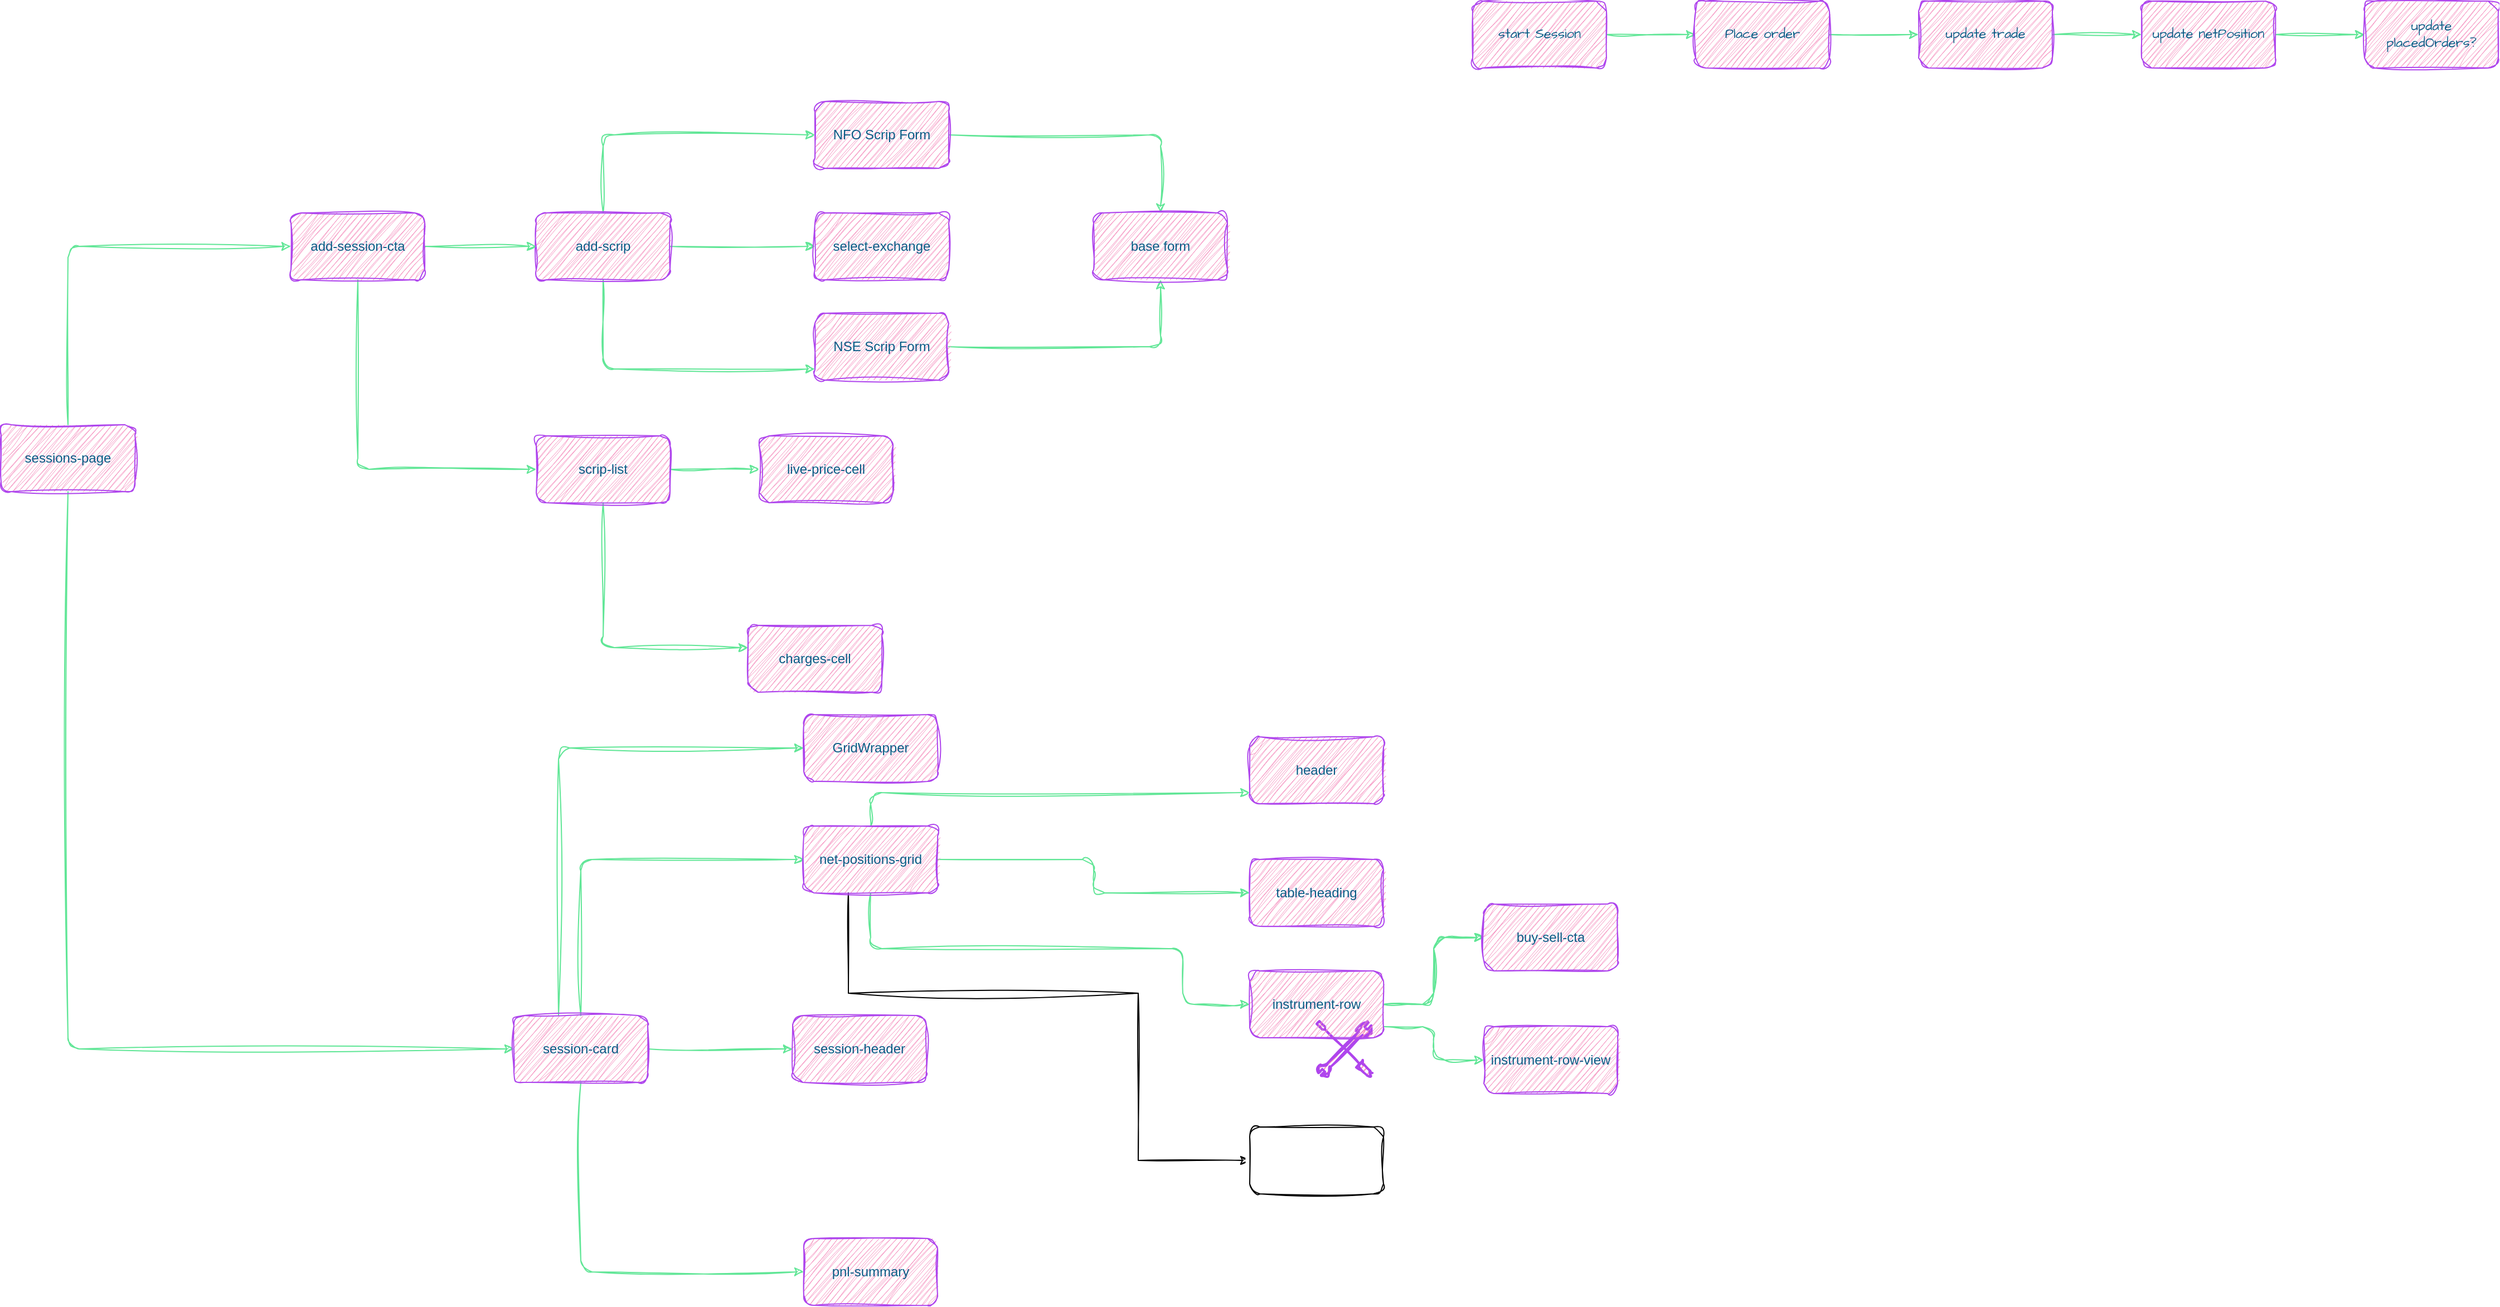
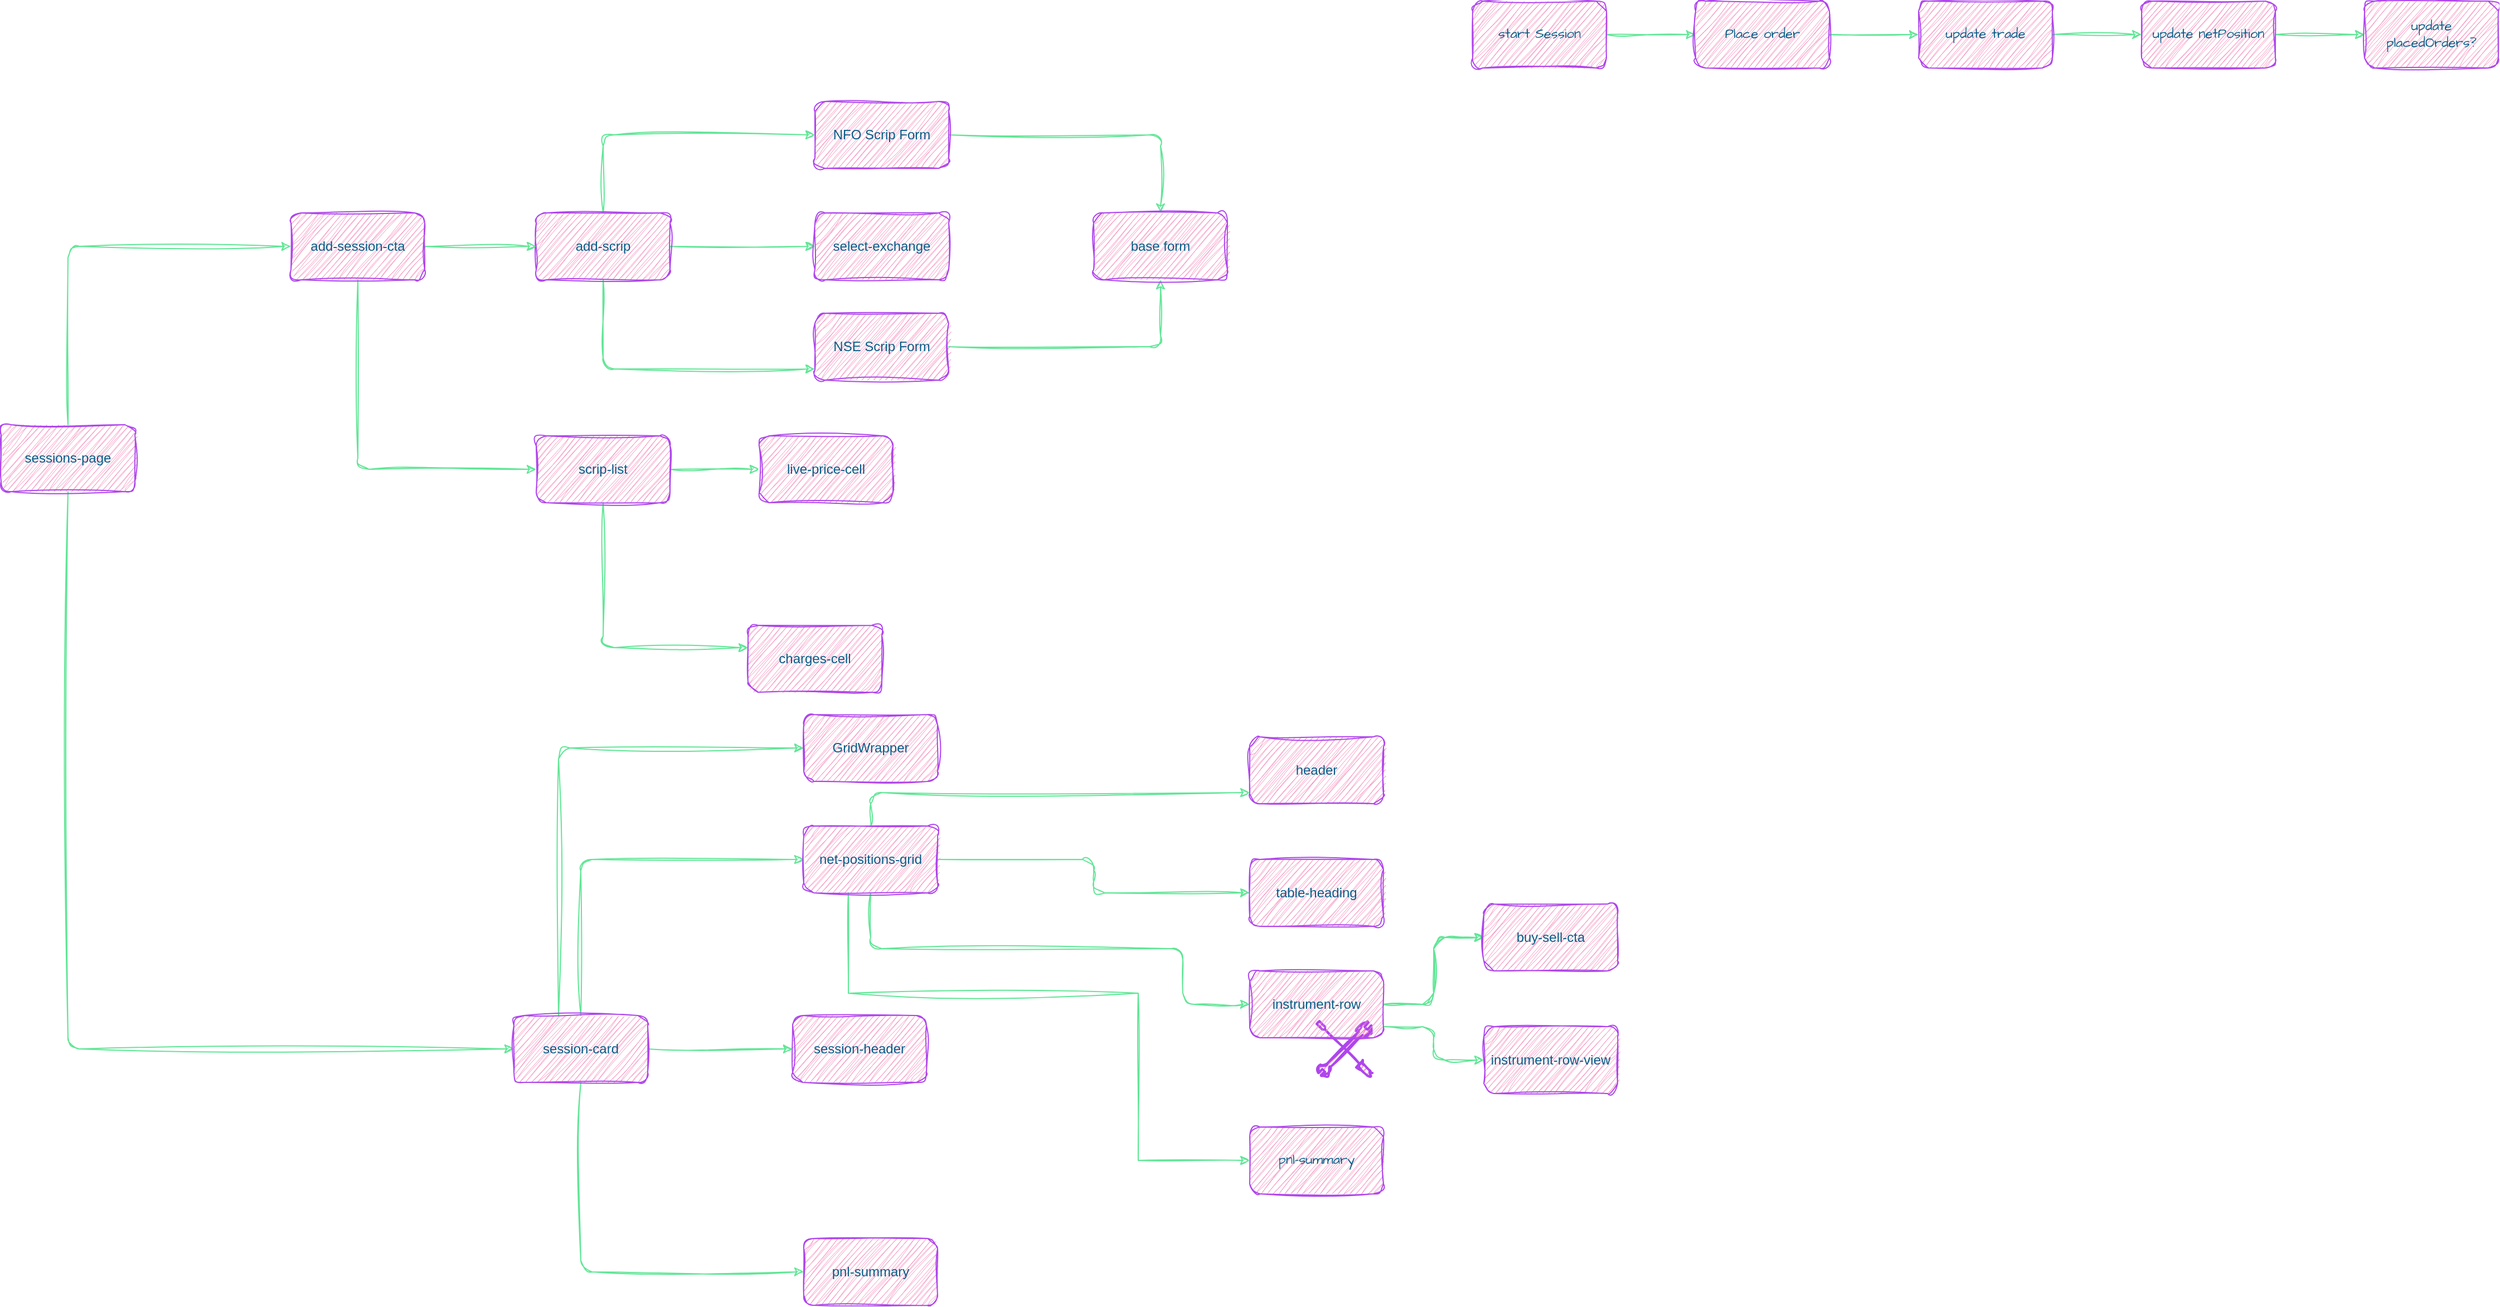
<mxfile host="app.diagrams.net" pages="5">
  <diagram id="wPQbEJP3DVO_ncDqMHqx" name="Sessions Page">
-     <mxGraphModel dx="1996" dy="1026" grid="1" gridSize="10" guides="1" tooltips="1" connect="1" arrows="1" fold="1" page="0" pageScale="1" pageWidth="402" pageHeight="874" math="0" shadow="0">
+     <mxGraphModel dx="1757" dy="1026" grid="1" gridSize="10" guides="1" tooltips="1" connect="1" arrows="1" fold="1" page="0" pageScale="1" pageWidth="402" pageHeight="874" math="0" shadow="0">
      <root>
        <mxCell id="0" />
        <mxCell id="1" parent="0" />
-         <mxCell id="DB1AKVm6qyutKQlFYAWD-6" edge="1" parent="1" source="DB1AKVm6qyutKQlFYAWD-1" style="edgeStyle=orthogonalEdgeStyle;rounded=1;orthogonalLoop=1;jettySize=auto;html=1;sketch=1;curveFitting=1;jiggle=2;labelBackgroundColor=none;strokeColor=#60E696;fontColor=default;" target="DB1AKVm6qyutKQlFYAWD-5" value="">
-           <mxGeometry relative="1" as="geometry" />
-         </mxCell>
-         <mxCell id="DB1AKVm6qyutKQlFYAWD-8" edge="1" parent="1" source="DB1AKVm6qyutKQlFYAWD-1" style="edgeStyle=orthogonalEdgeStyle;rounded=1;orthogonalLoop=1;jettySize=auto;html=1;sketch=1;curveFitting=1;jiggle=2;labelBackgroundColor=none;strokeColor=#60E696;fontColor=default;" target="DB1AKVm6qyutKQlFYAWD-7" value="">
+         <mxCell id="DB1AKVm6qyutKQlFYAWD-6" edge="1" parent="1" source="DB1AKVm6qyutKQlFYAWD-1" style="edgeStyle=orthogonalEdgeStyle;rounded=1;orthogonalLoop=1;jettySize=auto;html=1;sketch=1;curveFitting=1;jiggle=2;labelBackgroundColor=none;fontColor=default;strokeColor=#60E696;" target="DB1AKVm6qyutKQlFYAWD-5" value="">
+           <mxGeometry relative="1" as="geometry" />
+         </mxCell>
+         <mxCell id="DB1AKVm6qyutKQlFYAWD-8" edge="1" parent="1" source="DB1AKVm6qyutKQlFYAWD-1" style="edgeStyle=orthogonalEdgeStyle;rounded=1;orthogonalLoop=1;jettySize=auto;html=1;sketch=1;curveFitting=1;jiggle=2;labelBackgroundColor=none;fontColor=default;strokeColor=#60E696;" target="DB1AKVm6qyutKQlFYAWD-7" value="">
          <mxGeometry relative="1" as="geometry">
            <Array as="points">
              <mxPoint x="120" y="270" />
            </Array>
          </mxGeometry>
        </mxCell>
-         <mxCell id="DB1AKVm6qyutKQlFYAWD-10" edge="1" parent="1" source="DB1AKVm6qyutKQlFYAWD-1" style="edgeStyle=orthogonalEdgeStyle;rounded=1;orthogonalLoop=1;jettySize=auto;html=1;sketch=1;curveFitting=1;jiggle=2;labelBackgroundColor=none;strokeColor=#60E696;fontColor=default;" target="DB1AKVm6qyutKQlFYAWD-9" value="">
+         <mxCell id="DB1AKVm6qyutKQlFYAWD-10" edge="1" parent="1" source="DB1AKVm6qyutKQlFYAWD-1" style="edgeStyle=orthogonalEdgeStyle;rounded=1;orthogonalLoop=1;jettySize=auto;html=1;sketch=1;curveFitting=1;jiggle=2;labelBackgroundColor=none;fontColor=default;strokeColor=#60E696;" target="DB1AKVm6qyutKQlFYAWD-9" value="">
          <mxGeometry relative="1" as="geometry">
            <Array as="points">
              <mxPoint x="120" y="60" />
            </Array>
          </mxGeometry>
        </mxCell>
        <mxCell id="DB1AKVm6qyutKQlFYAWD-1" parent="1" style="rounded=1;whiteSpace=wrap;html=1;sketch=1;curveFitting=1;jiggle=2;labelBackgroundColor=none;fillColor=#F694C1;strokeColor=#AF45ED;fontColor=#095C86;" value="add-scrip" vertex="1">
          <mxGeometry height="60" width="120" x="60" y="130" as="geometry" />
        </mxCell>
-         <mxCell id="DB1AKVm6qyutKQlFYAWD-4" edge="1" parent="1" source="DB1AKVm6qyutKQlFYAWD-3" style="edgeStyle=orthogonalEdgeStyle;rounded=1;orthogonalLoop=1;jettySize=auto;html=1;sketch=1;curveFitting=1;jiggle=2;labelBackgroundColor=none;strokeColor=#60E696;fontColor=default;" target="DB1AKVm6qyutKQlFYAWD-1" value="">
-           <mxGeometry relative="1" as="geometry" />
-         </mxCell>
-         <mxCell id="DB1AKVm6qyutKQlFYAWD-12" edge="1" parent="1" source="DB1AKVm6qyutKQlFYAWD-3" style="edgeStyle=orthogonalEdgeStyle;rounded=1;orthogonalLoop=1;jettySize=auto;html=1;sketch=1;curveFitting=1;jiggle=2;labelBackgroundColor=none;strokeColor=#60E696;fontColor=default;" target="DB1AKVm6qyutKQlFYAWD-11" value="">
+         <mxCell id="DB1AKVm6qyutKQlFYAWD-4" edge="1" parent="1" source="DB1AKVm6qyutKQlFYAWD-3" style="edgeStyle=orthogonalEdgeStyle;rounded=1;orthogonalLoop=1;jettySize=auto;html=1;sketch=1;curveFitting=1;jiggle=2;labelBackgroundColor=none;fontColor=default;strokeColor=#60E696;" target="DB1AKVm6qyutKQlFYAWD-1" value="">
+           <mxGeometry relative="1" as="geometry" />
+         </mxCell>
+         <mxCell id="DB1AKVm6qyutKQlFYAWD-12" edge="1" parent="1" source="DB1AKVm6qyutKQlFYAWD-3" style="edgeStyle=orthogonalEdgeStyle;rounded=1;orthogonalLoop=1;jettySize=auto;html=1;sketch=1;curveFitting=1;jiggle=2;labelBackgroundColor=none;fontColor=default;strokeColor=#60E696;" target="DB1AKVm6qyutKQlFYAWD-11" value="">
          <mxGeometry relative="1" as="geometry">
            <Array as="points">
              <mxPoint x="-100" y="360" />
            </Array>
          </mxGeometry>
        </mxCell>
        <mxCell id="DB1AKVm6qyutKQlFYAWD-3" parent="1" style="rounded=1;whiteSpace=wrap;html=1;sketch=1;curveFitting=1;jiggle=2;labelBackgroundColor=none;fillColor=#F694C1;strokeColor=#AF45ED;fontColor=#095C86;" value="add-session-cta" vertex="1">
          <mxGeometry height="60" width="120" x="-160" y="130" as="geometry" />
        </mxCell>
        <mxCell id="DB1AKVm6qyutKQlFYAWD-5" parent="1" style="whiteSpace=wrap;html=1;rounded=1;sketch=1;curveFitting=1;jiggle=2;labelBackgroundColor=none;fillColor=#F694C1;strokeColor=#AF45ED;fontColor=#095C86;" value="select-exchange" vertex="1">
          <mxGeometry height="60" width="120" x="310" y="130" as="geometry" />
        </mxCell>
-         <mxCell id="ouMAoqMrmdJ_XqpmxOQB-3" edge="1" parent="1" source="DB1AKVm6qyutKQlFYAWD-7" style="edgeStyle=orthogonalEdgeStyle;rounded=1;sketch=1;hachureGap=4;jiggle=2;curveFitting=1;orthogonalLoop=1;jettySize=auto;html=1;fontFamily=Architects Daughter;fontSource=https%3A%2F%2Ffonts.googleapis.com%2Fcss%3Ffamily%3DArchitects%2BDaughter;labelBackgroundColor=none;strokeColor=#60E696;fontColor=default;" target="ouMAoqMrmdJ_XqpmxOQB-1">
+         <mxCell id="ouMAoqMrmdJ_XqpmxOQB-3" edge="1" parent="1" source="DB1AKVm6qyutKQlFYAWD-7" style="edgeStyle=orthogonalEdgeStyle;rounded=1;sketch=1;hachureGap=4;jiggle=2;curveFitting=1;orthogonalLoop=1;jettySize=auto;html=1;fontFamily=Architects Daughter;fontSource=https%3A%2F%2Ffonts.googleapis.com%2Fcss%3Ffamily%3DArchitects%2BDaughter;labelBackgroundColor=none;fontColor=default;strokeColor=#60E696;" target="ouMAoqMrmdJ_XqpmxOQB-1">
          <mxGeometry relative="1" as="geometry" />
        </mxCell>
        <mxCell id="DB1AKVm6qyutKQlFYAWD-7" parent="1" style="whiteSpace=wrap;html=1;rounded=1;sketch=1;curveFitting=1;jiggle=2;labelBackgroundColor=none;fillColor=#F694C1;strokeColor=#AF45ED;fontColor=#095C86;" value="NSE Scrip Form" vertex="1">
          <mxGeometry height="60" width="120" x="310" y="220" as="geometry" />
        </mxCell>
-         <mxCell id="ouMAoqMrmdJ_XqpmxOQB-2" edge="1" parent="1" source="DB1AKVm6qyutKQlFYAWD-9" style="edgeStyle=orthogonalEdgeStyle;rounded=1;sketch=1;hachureGap=4;jiggle=2;curveFitting=1;orthogonalLoop=1;jettySize=auto;html=1;fontFamily=Architects Daughter;fontSource=https%3A%2F%2Ffonts.googleapis.com%2Fcss%3Ffamily%3DArchitects%2BDaughter;labelBackgroundColor=none;strokeColor=#60E696;fontColor=default;" target="ouMAoqMrmdJ_XqpmxOQB-1" value="">
+         <mxCell id="ouMAoqMrmdJ_XqpmxOQB-2" edge="1" parent="1" source="DB1AKVm6qyutKQlFYAWD-9" style="edgeStyle=orthogonalEdgeStyle;rounded=1;sketch=1;hachureGap=4;jiggle=2;curveFitting=1;orthogonalLoop=1;jettySize=auto;html=1;fontFamily=Architects Daughter;fontSource=https%3A%2F%2Ffonts.googleapis.com%2Fcss%3Ffamily%3DArchitects%2BDaughter;labelBackgroundColor=none;fontColor=default;strokeColor=#60E696;" target="ouMAoqMrmdJ_XqpmxOQB-1" value="">
          <mxGeometry relative="1" as="geometry" />
        </mxCell>
        <mxCell id="DB1AKVm6qyutKQlFYAWD-9" parent="1" style="whiteSpace=wrap;html=1;rounded=1;sketch=1;curveFitting=1;jiggle=2;labelBackgroundColor=none;fillColor=#F694C1;strokeColor=#AF45ED;fontColor=#095C86;" value="NFO Scrip Form" vertex="1">
          <mxGeometry height="60" width="120" x="310" y="30" as="geometry" />
        </mxCell>
-         <mxCell id="ouMAoqMrmdJ_XqpmxOQB-15" edge="1" parent="1" source="DB1AKVm6qyutKQlFYAWD-11" style="edgeStyle=orthogonalEdgeStyle;rounded=1;sketch=1;hachureGap=4;jiggle=2;curveFitting=1;orthogonalLoop=1;jettySize=auto;html=1;fontFamily=Architects Daughter;fontSource=https%3A%2F%2Ffonts.googleapis.com%2Fcss%3Ffamily%3DArchitects%2BDaughter;labelBackgroundColor=none;strokeColor=#60E696;fontColor=default;" target="ouMAoqMrmdJ_XqpmxOQB-14" value="">
-           <mxGeometry relative="1" as="geometry" />
-         </mxCell>
-         <mxCell id="ouMAoqMrmdJ_XqpmxOQB-17" edge="1" parent="1" source="DB1AKVm6qyutKQlFYAWD-11" style="edgeStyle=orthogonalEdgeStyle;rounded=1;sketch=1;hachureGap=4;jiggle=2;curveFitting=1;orthogonalLoop=1;jettySize=auto;html=1;fontFamily=Architects Daughter;fontSource=https%3A%2F%2Ffonts.googleapis.com%2Fcss%3Ffamily%3DArchitects%2BDaughter;labelBackgroundColor=none;strokeColor=#60E696;fontColor=default;" target="ouMAoqMrmdJ_XqpmxOQB-16" value="">
+         <mxCell id="ouMAoqMrmdJ_XqpmxOQB-15" edge="1" parent="1" source="DB1AKVm6qyutKQlFYAWD-11" style="edgeStyle=orthogonalEdgeStyle;rounded=1;sketch=1;hachureGap=4;jiggle=2;curveFitting=1;orthogonalLoop=1;jettySize=auto;html=1;fontFamily=Architects Daughter;fontSource=https%3A%2F%2Ffonts.googleapis.com%2Fcss%3Ffamily%3DArchitects%2BDaughter;labelBackgroundColor=none;fontColor=default;strokeColor=#60E696;" target="ouMAoqMrmdJ_XqpmxOQB-14" value="">
+           <mxGeometry relative="1" as="geometry" />
+         </mxCell>
+         <mxCell id="ouMAoqMrmdJ_XqpmxOQB-17" edge="1" parent="1" source="DB1AKVm6qyutKQlFYAWD-11" style="edgeStyle=orthogonalEdgeStyle;rounded=1;sketch=1;hachureGap=4;jiggle=2;curveFitting=1;orthogonalLoop=1;jettySize=auto;html=1;fontFamily=Architects Daughter;fontSource=https%3A%2F%2Ffonts.googleapis.com%2Fcss%3Ffamily%3DArchitects%2BDaughter;labelBackgroundColor=none;fontColor=default;strokeColor=#60E696;" target="ouMAoqMrmdJ_XqpmxOQB-16" value="">
          <mxGeometry relative="1" as="geometry">
            <Array as="points">
              <mxPoint x="120" y="520" />
            </Array>
          </mxGeometry>
        </mxCell>
        <mxCell id="DB1AKVm6qyutKQlFYAWD-11" parent="1" style="whiteSpace=wrap;html=1;rounded=1;sketch=1;curveFitting=1;jiggle=2;labelBackgroundColor=none;fillColor=#F694C1;strokeColor=#AF45ED;fontColor=#095C86;" value="scrip-list" vertex="1">
          <mxGeometry height="60" width="120" x="60" y="330" as="geometry" />
        </mxCell>
-         <mxCell id="DB1AKVm6qyutKQlFYAWD-15" edge="1" parent="1" source="DB1AKVm6qyutKQlFYAWD-14" style="edgeStyle=orthogonalEdgeStyle;rounded=1;sketch=1;hachureGap=4;jiggle=2;curveFitting=1;orthogonalLoop=1;jettySize=auto;html=1;entryX=0;entryY=0.5;entryDx=0;entryDy=0;strokeColor=#60E696;fontFamily=Architects Daughter;fontSource=https%3A%2F%2Ffonts.googleapis.com%2Fcss%3Ffamily%3DArchitects%2BDaughter;fontColor=default;fillColor=#F694C1;labelBackgroundColor=none;" target="DB1AKVm6qyutKQlFYAWD-3">
+         <mxCell id="DB1AKVm6qyutKQlFYAWD-15" edge="1" parent="1" source="DB1AKVm6qyutKQlFYAWD-14" style="edgeStyle=orthogonalEdgeStyle;rounded=1;sketch=1;hachureGap=4;jiggle=2;curveFitting=1;orthogonalLoop=1;jettySize=auto;html=1;entryX=0;entryY=0.5;entryDx=0;entryDy=0;fontFamily=Architects Daughter;fontSource=https%3A%2F%2Ffonts.googleapis.com%2Fcss%3Ffamily%3DArchitects%2BDaughter;fontColor=default;labelBackgroundColor=none;strokeColor=#60E696;" target="DB1AKVm6qyutKQlFYAWD-3">
          <mxGeometry relative="1" as="geometry">
            <Array as="points">
              <mxPoint x="-360" y="160" />
            </Array>
          </mxGeometry>
        </mxCell>
-         <mxCell id="ouMAoqMrmdJ_XqpmxOQB-28" edge="1" parent="1" source="DB1AKVm6qyutKQlFYAWD-14" style="edgeStyle=orthogonalEdgeStyle;rounded=1;sketch=1;hachureGap=4;jiggle=2;curveFitting=1;orthogonalLoop=1;jettySize=auto;html=1;entryX=0;entryY=0.5;entryDx=0;entryDy=0;fontFamily=Architects Daughter;fontSource=https%3A%2F%2Ffonts.googleapis.com%2Fcss%3Ffamily%3DArchitects%2BDaughter;labelBackgroundColor=none;strokeColor=#60E696;fontColor=default;" target="ouMAoqMrmdJ_XqpmxOQB-19">
+         <mxCell id="ouMAoqMrmdJ_XqpmxOQB-28" edge="1" parent="1" source="DB1AKVm6qyutKQlFYAWD-14" style="edgeStyle=orthogonalEdgeStyle;rounded=1;sketch=1;hachureGap=4;jiggle=2;curveFitting=1;orthogonalLoop=1;jettySize=auto;html=1;entryX=0;entryY=0.5;entryDx=0;entryDy=0;fontFamily=Architects Daughter;fontSource=https%3A%2F%2Ffonts.googleapis.com%2Fcss%3Ffamily%3DArchitects%2BDaughter;labelBackgroundColor=none;fontColor=default;strokeColor=#60E696;" target="ouMAoqMrmdJ_XqpmxOQB-19">
          <mxGeometry relative="1" as="geometry">
            <Array as="points">
              <mxPoint x="-360" y="880" />
            </Array>
          </mxGeometry>
        </mxCell>
        <mxCell id="DB1AKVm6qyutKQlFYAWD-14" parent="1" style="rounded=1;whiteSpace=wrap;html=1;sketch=1;curveFitting=1;jiggle=2;labelBackgroundColor=none;fillColor=#F694C1;strokeColor=#AF45ED;fontColor=#095C86;" value="sessions-page" vertex="1">
          <mxGeometry height="60" width="120" x="-420" y="320" as="geometry" />
        </mxCell>
-         <mxCell id="ouMAoqMrmdJ_XqpmxOQB-1" parent="1" style="whiteSpace=wrap;html=1;fillColor=#F694C1;strokeColor=#AF45ED;fontColor=#095C86;rounded=1;sketch=1;curveFitting=1;jiggle=2;labelBackgroundColor=none;" value="base form" vertex="1">
+         <mxCell id="ouMAoqMrmdJ_XqpmxOQB-1" parent="1" style="whiteSpace=wrap;html=1;rounded=1;sketch=1;curveFitting=1;jiggle=2;labelBackgroundColor=none;fillColor=#F694C1;strokeColor=#AF45ED;fontColor=#095C86;" value="base form" vertex="1">
          <mxGeometry height="60" width="120" x="560" y="130" as="geometry" />
        </mxCell>
-         <mxCell id="ouMAoqMrmdJ_XqpmxOQB-6" edge="1" parent="1" source="ouMAoqMrmdJ_XqpmxOQB-4" style="edgeStyle=orthogonalEdgeStyle;rounded=1;sketch=1;hachureGap=4;jiggle=2;curveFitting=1;orthogonalLoop=1;jettySize=auto;html=1;fontFamily=Architects Daughter;fontSource=https%3A%2F%2Ffonts.googleapis.com%2Fcss%3Ffamily%3DArchitects%2BDaughter;labelBackgroundColor=none;strokeColor=#60E696;fontColor=default;" target="ouMAoqMrmdJ_XqpmxOQB-5" value="">
-           <mxGeometry relative="1" as="geometry" />
-         </mxCell>
-         <mxCell id="ouMAoqMrmdJ_XqpmxOQB-4" parent="1" style="whiteSpace=wrap;html=1;sketch=1;hachureGap=4;jiggle=2;curveFitting=1;fontFamily=Architects Daughter;fontSource=https%3A%2F%2Ffonts.googleapis.com%2Fcss%3Ffamily%3DArchitects%2BDaughter;labelBackgroundColor=none;fillColor=#F694C1;strokeColor=#AF45ED;fontColor=#095C86;rounded=1;" value="start Session" vertex="1">
+         <mxCell id="ouMAoqMrmdJ_XqpmxOQB-6" edge="1" parent="1" source="ouMAoqMrmdJ_XqpmxOQB-4" style="edgeStyle=orthogonalEdgeStyle;rounded=1;sketch=1;hachureGap=4;jiggle=2;curveFitting=1;orthogonalLoop=1;jettySize=auto;html=1;fontFamily=Architects Daughter;fontSource=https%3A%2F%2Ffonts.googleapis.com%2Fcss%3Ffamily%3DArchitects%2BDaughter;labelBackgroundColor=none;fontColor=default;strokeColor=#60E696;" target="ouMAoqMrmdJ_XqpmxOQB-5" value="">
+           <mxGeometry relative="1" as="geometry" />
+         </mxCell>
+         <mxCell id="ouMAoqMrmdJ_XqpmxOQB-4" parent="1" style="whiteSpace=wrap;html=1;sketch=1;hachureGap=4;jiggle=2;curveFitting=1;fontFamily=Architects Daughter;fontSource=https%3A%2F%2Ffonts.googleapis.com%2Fcss%3Ffamily%3DArchitects%2BDaughter;labelBackgroundColor=none;rounded=1;fillColor=#F694C1;strokeColor=#AF45ED;fontColor=#095C86;" value="start Session" vertex="1">
          <mxGeometry height="60" width="120" x="900" y="-60" as="geometry" />
        </mxCell>
-         <mxCell id="ouMAoqMrmdJ_XqpmxOQB-8" edge="1" parent="1" source="ouMAoqMrmdJ_XqpmxOQB-5" style="edgeStyle=orthogonalEdgeStyle;rounded=1;sketch=1;hachureGap=4;jiggle=2;curveFitting=1;orthogonalLoop=1;jettySize=auto;html=1;fontFamily=Architects Daughter;fontSource=https%3A%2F%2Ffonts.googleapis.com%2Fcss%3Ffamily%3DArchitects%2BDaughter;labelBackgroundColor=none;strokeColor=#60E696;fontColor=default;" target="ouMAoqMrmdJ_XqpmxOQB-7" value="">
-           <mxGeometry relative="1" as="geometry" />
-         </mxCell>
-         <mxCell id="ouMAoqMrmdJ_XqpmxOQB-5" parent="1" style="whiteSpace=wrap;html=1;fontFamily=Architects Daughter;sketch=1;hachureGap=4;jiggle=2;curveFitting=1;fontSource=https%3A%2F%2Ffonts.googleapis.com%2Fcss%3Ffamily%3DArchitects%2BDaughter;labelBackgroundColor=none;fillColor=#F694C1;strokeColor=#AF45ED;fontColor=#095C86;rounded=1;" value="Place order" vertex="1">
+         <mxCell id="ouMAoqMrmdJ_XqpmxOQB-8" edge="1" parent="1" source="ouMAoqMrmdJ_XqpmxOQB-5" style="edgeStyle=orthogonalEdgeStyle;rounded=1;sketch=1;hachureGap=4;jiggle=2;curveFitting=1;orthogonalLoop=1;jettySize=auto;html=1;fontFamily=Architects Daughter;fontSource=https%3A%2F%2Ffonts.googleapis.com%2Fcss%3Ffamily%3DArchitects%2BDaughter;labelBackgroundColor=none;fontColor=default;strokeColor=#60E696;" target="ouMAoqMrmdJ_XqpmxOQB-7" value="">
+           <mxGeometry relative="1" as="geometry" />
+         </mxCell>
+         <mxCell id="ouMAoqMrmdJ_XqpmxOQB-5" parent="1" style="whiteSpace=wrap;html=1;fontFamily=Architects Daughter;sketch=1;hachureGap=4;jiggle=2;curveFitting=1;fontSource=https%3A%2F%2Ffonts.googleapis.com%2Fcss%3Ffamily%3DArchitects%2BDaughter;labelBackgroundColor=none;rounded=1;fillColor=#F694C1;strokeColor=#AF45ED;fontColor=#095C86;" value="Place order" vertex="1">
          <mxGeometry height="60" width="120" x="1100" y="-60" as="geometry" />
        </mxCell>
-         <mxCell id="ouMAoqMrmdJ_XqpmxOQB-10" edge="1" parent="1" source="ouMAoqMrmdJ_XqpmxOQB-7" style="edgeStyle=orthogonalEdgeStyle;rounded=1;sketch=1;hachureGap=4;jiggle=2;curveFitting=1;orthogonalLoop=1;jettySize=auto;html=1;fontFamily=Architects Daughter;fontSource=https%3A%2F%2Ffonts.googleapis.com%2Fcss%3Ffamily%3DArchitects%2BDaughter;labelBackgroundColor=none;strokeColor=#60E696;fontColor=default;" target="ouMAoqMrmdJ_XqpmxOQB-9" value="">
-           <mxGeometry relative="1" as="geometry" />
-         </mxCell>
-         <mxCell id="ouMAoqMrmdJ_XqpmxOQB-7" parent="1" style="whiteSpace=wrap;html=1;fontFamily=Architects Daughter;sketch=1;hachureGap=4;jiggle=2;curveFitting=1;fontSource=https%3A%2F%2Ffonts.googleapis.com%2Fcss%3Ffamily%3DArchitects%2BDaughter;labelBackgroundColor=none;fillColor=#F694C1;strokeColor=#AF45ED;fontColor=#095C86;rounded=1;" value="update trade" vertex="1">
+         <mxCell id="ouMAoqMrmdJ_XqpmxOQB-10" edge="1" parent="1" source="ouMAoqMrmdJ_XqpmxOQB-7" style="edgeStyle=orthogonalEdgeStyle;rounded=1;sketch=1;hachureGap=4;jiggle=2;curveFitting=1;orthogonalLoop=1;jettySize=auto;html=1;fontFamily=Architects Daughter;fontSource=https%3A%2F%2Ffonts.googleapis.com%2Fcss%3Ffamily%3DArchitects%2BDaughter;labelBackgroundColor=none;fontColor=default;strokeColor=#60E696;" target="ouMAoqMrmdJ_XqpmxOQB-9" value="">
+           <mxGeometry relative="1" as="geometry" />
+         </mxCell>
+         <mxCell id="ouMAoqMrmdJ_XqpmxOQB-7" parent="1" style="whiteSpace=wrap;html=1;fontFamily=Architects Daughter;sketch=1;hachureGap=4;jiggle=2;curveFitting=1;fontSource=https%3A%2F%2Ffonts.googleapis.com%2Fcss%3Ffamily%3DArchitects%2BDaughter;labelBackgroundColor=none;rounded=1;fillColor=#F694C1;strokeColor=#AF45ED;fontColor=#095C86;" value="update trade" vertex="1">
          <mxGeometry height="60" width="120" x="1300" y="-60" as="geometry" />
        </mxCell>
-         <mxCell id="ouMAoqMrmdJ_XqpmxOQB-12" edge="1" parent="1" source="ouMAoqMrmdJ_XqpmxOQB-9" style="edgeStyle=orthogonalEdgeStyle;rounded=1;sketch=1;hachureGap=4;jiggle=2;curveFitting=1;orthogonalLoop=1;jettySize=auto;html=1;fontFamily=Architects Daughter;fontSource=https%3A%2F%2Ffonts.googleapis.com%2Fcss%3Ffamily%3DArchitects%2BDaughter;labelBackgroundColor=none;strokeColor=#60E696;fontColor=default;" target="ouMAoqMrmdJ_XqpmxOQB-11" value="">
-           <mxGeometry relative="1" as="geometry" />
-         </mxCell>
-         <mxCell id="ouMAoqMrmdJ_XqpmxOQB-9" parent="1" style="whiteSpace=wrap;html=1;fontFamily=Architects Daughter;sketch=1;hachureGap=4;jiggle=2;curveFitting=1;fontSource=https%3A%2F%2Ffonts.googleapis.com%2Fcss%3Ffamily%3DArchitects%2BDaughter;labelBackgroundColor=none;fillColor=#F694C1;strokeColor=#AF45ED;fontColor=#095C86;rounded=1;" value="update netPosition" vertex="1">
+         <mxCell id="ouMAoqMrmdJ_XqpmxOQB-12" edge="1" parent="1" source="ouMAoqMrmdJ_XqpmxOQB-9" style="edgeStyle=orthogonalEdgeStyle;rounded=1;sketch=1;hachureGap=4;jiggle=2;curveFitting=1;orthogonalLoop=1;jettySize=auto;html=1;fontFamily=Architects Daughter;fontSource=https%3A%2F%2Ffonts.googleapis.com%2Fcss%3Ffamily%3DArchitects%2BDaughter;labelBackgroundColor=none;fontColor=default;strokeColor=#60E696;" target="ouMAoqMrmdJ_XqpmxOQB-11" value="">
+           <mxGeometry relative="1" as="geometry" />
+         </mxCell>
+         <mxCell id="ouMAoqMrmdJ_XqpmxOQB-9" parent="1" style="whiteSpace=wrap;html=1;fontFamily=Architects Daughter;sketch=1;hachureGap=4;jiggle=2;curveFitting=1;fontSource=https%3A%2F%2Ffonts.googleapis.com%2Fcss%3Ffamily%3DArchitects%2BDaughter;labelBackgroundColor=none;rounded=1;fillColor=#F694C1;strokeColor=#AF45ED;fontColor=#095C86;" value="update netPosition" vertex="1">
          <mxGeometry height="60" width="120" x="1500" y="-60" as="geometry" />
        </mxCell>
-         <mxCell id="ouMAoqMrmdJ_XqpmxOQB-11" parent="1" style="whiteSpace=wrap;html=1;fontFamily=Architects Daughter;sketch=1;hachureGap=4;jiggle=2;curveFitting=1;fontSource=https%3A%2F%2Ffonts.googleapis.com%2Fcss%3Ffamily%3DArchitects%2BDaughter;labelBackgroundColor=none;fillColor=#F694C1;strokeColor=#AF45ED;fontColor=#095C86;rounded=1;" value="update placedOrders?" vertex="1">
+         <mxCell id="ouMAoqMrmdJ_XqpmxOQB-11" parent="1" style="whiteSpace=wrap;html=1;fontFamily=Architects Daughter;sketch=1;hachureGap=4;jiggle=2;curveFitting=1;fontSource=https%3A%2F%2Ffonts.googleapis.com%2Fcss%3Ffamily%3DArchitects%2BDaughter;labelBackgroundColor=none;rounded=1;fillColor=#F694C1;strokeColor=#AF45ED;fontColor=#095C86;" value="update placedOrders?" vertex="1">
          <mxGeometry height="60" width="120" x="1700" y="-60" as="geometry" />
        </mxCell>
-         <mxCell id="ouMAoqMrmdJ_XqpmxOQB-13" parent="1" style="html=1;verticalLabelPosition=bottom;align=center;labelBackgroundColor=none;verticalAlign=top;strokeWidth=2;strokeColor=#AF45ED;shadow=0;dashed=0;shape=mxgraph.ios7.icons.tools;pointerEvents=1;sketch=1;hachureGap=4;jiggle=2;curveFitting=1;fontFamily=Architects Daughter;fontSource=https%3A%2F%2Ffonts.googleapis.com%2Fcss%3Ffamily%3DArchitects%2BDaughter;fillColor=#F694C1;fontColor=#095C86;rounded=1;" value="" vertex="1">
+         <mxCell id="ouMAoqMrmdJ_XqpmxOQB-13" parent="1" style="html=1;verticalLabelPosition=bottom;align=center;labelBackgroundColor=none;verticalAlign=top;strokeWidth=2;shadow=0;dashed=0;shape=mxgraph.ios7.icons.tools;pointerEvents=1;sketch=1;hachureGap=4;jiggle=2;curveFitting=1;fontFamily=Architects Daughter;fontSource=https%3A%2F%2Ffonts.googleapis.com%2Fcss%3Ffamily%3DArchitects%2BDaughter;rounded=1;fillColor=#F694C1;strokeColor=#AF45ED;fontColor=#095C86;" value="" vertex="1">
          <mxGeometry height="50" width="50" x="760" y="855" as="geometry" />
        </mxCell>
-         <mxCell id="ouMAoqMrmdJ_XqpmxOQB-14" parent="1" style="whiteSpace=wrap;html=1;fillColor=#F694C1;strokeColor=#AF45ED;fontColor=#095C86;rounded=1;sketch=1;curveFitting=1;jiggle=2;labelBackgroundColor=none;" value="live-price-cell" vertex="1">
+         <mxCell id="ouMAoqMrmdJ_XqpmxOQB-14" parent="1" style="whiteSpace=wrap;html=1;rounded=1;sketch=1;curveFitting=1;jiggle=2;labelBackgroundColor=none;fillColor=#F694C1;strokeColor=#AF45ED;fontColor=#095C86;" value="live-price-cell" vertex="1">
          <mxGeometry height="60" width="120" x="260" y="330" as="geometry" />
        </mxCell>
-         <mxCell id="ouMAoqMrmdJ_XqpmxOQB-16" parent="1" style="whiteSpace=wrap;html=1;fillColor=#F694C1;strokeColor=#AF45ED;fontColor=#095C86;rounded=1;sketch=1;curveFitting=1;jiggle=2;labelBackgroundColor=none;" value="charges-cell" vertex="1">
+         <mxCell id="ouMAoqMrmdJ_XqpmxOQB-16" parent="1" style="whiteSpace=wrap;html=1;rounded=1;sketch=1;curveFitting=1;jiggle=2;labelBackgroundColor=none;fillColor=#F694C1;strokeColor=#AF45ED;fontColor=#095C86;" value="charges-cell" vertex="1">
          <mxGeometry height="60" width="120" x="250" y="500" as="geometry" />
        </mxCell>
-         <mxCell id="ouMAoqMrmdJ_XqpmxOQB-22" edge="1" parent="1" source="ouMAoqMrmdJ_XqpmxOQB-19" style="edgeStyle=orthogonalEdgeStyle;rounded=1;sketch=1;hachureGap=4;jiggle=2;curveFitting=1;orthogonalLoop=1;jettySize=auto;html=1;fontFamily=Architects Daughter;fontSource=https%3A%2F%2Ffonts.googleapis.com%2Fcss%3Ffamily%3DArchitects%2BDaughter;labelBackgroundColor=none;strokeColor=#60E696;fontColor=default;" target="ouMAoqMrmdJ_XqpmxOQB-21" value="">
-           <mxGeometry relative="1" as="geometry" />
-         </mxCell>
-         <mxCell id="ouMAoqMrmdJ_XqpmxOQB-25" edge="1" parent="1" source="ouMAoqMrmdJ_XqpmxOQB-19" style="edgeStyle=orthogonalEdgeStyle;rounded=1;sketch=1;hachureGap=4;jiggle=2;curveFitting=1;orthogonalLoop=1;jettySize=auto;html=1;entryX=0;entryY=0.5;entryDx=0;entryDy=0;fontFamily=Architects Daughter;fontSource=https%3A%2F%2Ffonts.googleapis.com%2Fcss%3Ffamily%3DArchitects%2BDaughter;labelBackgroundColor=none;strokeColor=#60E696;fontColor=default;" target="ouMAoqMrmdJ_XqpmxOQB-23">
+         <mxCell id="ouMAoqMrmdJ_XqpmxOQB-22" edge="1" parent="1" source="ouMAoqMrmdJ_XqpmxOQB-19" style="edgeStyle=orthogonalEdgeStyle;rounded=1;sketch=1;hachureGap=4;jiggle=2;curveFitting=1;orthogonalLoop=1;jettySize=auto;html=1;fontFamily=Architects Daughter;fontSource=https%3A%2F%2Ffonts.googleapis.com%2Fcss%3Ffamily%3DArchitects%2BDaughter;labelBackgroundColor=none;fontColor=default;strokeColor=#60E696;" target="ouMAoqMrmdJ_XqpmxOQB-21" value="">
+           <mxGeometry relative="1" as="geometry" />
+         </mxCell>
+         <mxCell id="ouMAoqMrmdJ_XqpmxOQB-25" edge="1" parent="1" source="ouMAoqMrmdJ_XqpmxOQB-19" style="edgeStyle=orthogonalEdgeStyle;rounded=1;sketch=1;hachureGap=4;jiggle=2;curveFitting=1;orthogonalLoop=1;jettySize=auto;html=1;entryX=0;entryY=0.5;entryDx=0;entryDy=0;fontFamily=Architects Daughter;fontSource=https%3A%2F%2Ffonts.googleapis.com%2Fcss%3Ffamily%3DArchitects%2BDaughter;labelBackgroundColor=none;fontColor=default;strokeColor=#60E696;" target="ouMAoqMrmdJ_XqpmxOQB-23">
          <mxGeometry relative="1" as="geometry">
            <Array as="points">
              <mxPoint x="100" y="710" />
            </Array>
          </mxGeometry>
        </mxCell>
-         <mxCell id="ouMAoqMrmdJ_XqpmxOQB-27" edge="1" parent="1" source="ouMAoqMrmdJ_XqpmxOQB-19" style="edgeStyle=orthogonalEdgeStyle;rounded=1;sketch=1;hachureGap=4;jiggle=2;curveFitting=1;orthogonalLoop=1;jettySize=auto;html=1;fontFamily=Architects Daughter;fontSource=https%3A%2F%2Ffonts.googleapis.com%2Fcss%3Ffamily%3DArchitects%2BDaughter;labelBackgroundColor=none;strokeColor=#60E696;fontColor=default;" target="ouMAoqMrmdJ_XqpmxOQB-26" value="">
+         <mxCell id="ouMAoqMrmdJ_XqpmxOQB-27" edge="1" parent="1" source="ouMAoqMrmdJ_XqpmxOQB-19" style="edgeStyle=orthogonalEdgeStyle;rounded=1;sketch=1;hachureGap=4;jiggle=2;curveFitting=1;orthogonalLoop=1;jettySize=auto;html=1;fontFamily=Architects Daughter;fontSource=https%3A%2F%2Ffonts.googleapis.com%2Fcss%3Ffamily%3DArchitects%2BDaughter;labelBackgroundColor=none;fontColor=default;strokeColor=#60E696;" target="ouMAoqMrmdJ_XqpmxOQB-26" value="">
          <mxGeometry relative="1" as="geometry">
            <Array as="points">
              <mxPoint x="100" y="1080" />
            </Array>
          </mxGeometry>
        </mxCell>
-         <mxCell id="ouMAoqMrmdJ_XqpmxOQB-30" edge="1" parent="1" source="ouMAoqMrmdJ_XqpmxOQB-19" style="edgeStyle=orthogonalEdgeStyle;rounded=1;sketch=1;hachureGap=4;jiggle=2;curveFitting=1;orthogonalLoop=1;jettySize=auto;html=1;strokeColor=#60E696;fontFamily=Architects Daughter;fontSource=https%3A%2F%2Ffonts.googleapis.com%2Fcss%3Ffamily%3DArchitects%2BDaughter;fontColor=#095C86;fillColor=#F694C1;" target="ouMAoqMrmdJ_XqpmxOQB-29" value="">
+         <mxCell id="ouMAoqMrmdJ_XqpmxOQB-30" edge="1" parent="1" source="ouMAoqMrmdJ_XqpmxOQB-19" style="edgeStyle=orthogonalEdgeStyle;rounded=1;sketch=1;hachureGap=4;jiggle=2;curveFitting=1;orthogonalLoop=1;jettySize=auto;html=1;fontFamily=Architects Daughter;fontSource=https%3A%2F%2Ffonts.googleapis.com%2Fcss%3Ffamily%3DArchitects%2BDaughter;fontColor=default;labelBackgroundColor=none;strokeColor=#60E696;" target="ouMAoqMrmdJ_XqpmxOQB-29" value="">
          <mxGeometry relative="1" as="geometry">
            <Array as="points">
              <mxPoint x="80" y="610" />
            </Array>
          </mxGeometry>
        </mxCell>
-         <mxCell id="ouMAoqMrmdJ_XqpmxOQB-19" parent="1" style="whiteSpace=wrap;html=1;fillColor=#F694C1;strokeColor=#AF45ED;fontColor=#095C86;rounded=1;sketch=1;curveFitting=1;jiggle=2;labelBackgroundColor=none;" value="session-card" vertex="1">
+         <mxCell id="ouMAoqMrmdJ_XqpmxOQB-19" parent="1" style="whiteSpace=wrap;html=1;rounded=1;sketch=1;curveFitting=1;jiggle=2;labelBackgroundColor=none;fillColor=#F694C1;strokeColor=#AF45ED;fontColor=#095C86;" value="session-card" vertex="1">
          <mxGeometry height="60" width="120" x="40" y="850" as="geometry" />
        </mxCell>
-         <mxCell id="ouMAoqMrmdJ_XqpmxOQB-21" parent="1" style="whiteSpace=wrap;html=1;fillColor=#F694C1;strokeColor=#AF45ED;fontColor=#095C86;rounded=1;sketch=1;curveFitting=1;jiggle=2;labelBackgroundColor=none;" value="session-header" vertex="1">
+         <mxCell id="ouMAoqMrmdJ_XqpmxOQB-21" parent="1" style="whiteSpace=wrap;html=1;rounded=1;sketch=1;curveFitting=1;jiggle=2;labelBackgroundColor=none;fillColor=#F694C1;strokeColor=#AF45ED;fontColor=#095C86;" value="session-header" vertex="1">
          <mxGeometry height="60" width="120" x="290" y="850" as="geometry" />
        </mxCell>
-         <mxCell id="ouMAoqMrmdJ_XqpmxOQB-32" edge="1" parent="1" source="ouMAoqMrmdJ_XqpmxOQB-23" style="edgeStyle=orthogonalEdgeStyle;rounded=1;sketch=1;hachureGap=4;jiggle=2;curveFitting=1;orthogonalLoop=1;jettySize=auto;html=1;strokeColor=#60E696;fontFamily=Architects Daughter;fontSource=https%3A%2F%2Ffonts.googleapis.com%2Fcss%3Ffamily%3DArchitects%2BDaughter;fontColor=#095C86;fillColor=#F694C1;" target="ouMAoqMrmdJ_XqpmxOQB-31" value="">
+         <mxCell id="ouMAoqMrmdJ_XqpmxOQB-32" edge="1" parent="1" source="ouMAoqMrmdJ_XqpmxOQB-23" style="edgeStyle=orthogonalEdgeStyle;rounded=1;sketch=1;hachureGap=4;jiggle=2;curveFitting=1;orthogonalLoop=1;jettySize=auto;html=1;fontFamily=Architects Daughter;fontSource=https%3A%2F%2Ffonts.googleapis.com%2Fcss%3Ffamily%3DArchitects%2BDaughter;fontColor=default;labelBackgroundColor=none;strokeColor=#60E696;" target="ouMAoqMrmdJ_XqpmxOQB-31" value="">
          <mxGeometry relative="1" as="geometry">
            <Array as="points">
              <mxPoint x="360" y="650" />
            </Array>
          </mxGeometry>
        </mxCell>
-         <mxCell id="ouMAoqMrmdJ_XqpmxOQB-34" edge="1" parent="1" source="ouMAoqMrmdJ_XqpmxOQB-23" style="edgeStyle=orthogonalEdgeStyle;rounded=1;sketch=1;hachureGap=4;jiggle=2;curveFitting=1;orthogonalLoop=1;jettySize=auto;html=1;strokeColor=#60E696;fontFamily=Architects Daughter;fontSource=https%3A%2F%2Ffonts.googleapis.com%2Fcss%3Ffamily%3DArchitects%2BDaughter;fontColor=#095C86;fillColor=#F694C1;" target="ouMAoqMrmdJ_XqpmxOQB-33" value="">
-           <mxGeometry relative="1" as="geometry" />
-         </mxCell>
-         <mxCell id="ouMAoqMrmdJ_XqpmxOQB-38" edge="1" parent="1" source="ouMAoqMrmdJ_XqpmxOQB-23" style="edgeStyle=orthogonalEdgeStyle;rounded=1;sketch=1;hachureGap=4;jiggle=2;curveFitting=1;orthogonalLoop=1;jettySize=auto;html=1;strokeColor=#60E696;fontFamily=Architects Daughter;fontSource=https%3A%2F%2Ffonts.googleapis.com%2Fcss%3Ffamily%3DArchitects%2BDaughter;fontColor=#095C86;fillColor=#F694C1;" target="ouMAoqMrmdJ_XqpmxOQB-37" value="">
+         <mxCell id="ouMAoqMrmdJ_XqpmxOQB-34" edge="1" parent="1" source="ouMAoqMrmdJ_XqpmxOQB-23" style="edgeStyle=orthogonalEdgeStyle;rounded=1;sketch=1;hachureGap=4;jiggle=2;curveFitting=1;orthogonalLoop=1;jettySize=auto;html=1;fontFamily=Architects Daughter;fontSource=https%3A%2F%2Ffonts.googleapis.com%2Fcss%3Ffamily%3DArchitects%2BDaughter;fontColor=default;labelBackgroundColor=none;strokeColor=#60E696;" target="ouMAoqMrmdJ_XqpmxOQB-33" value="">
+           <mxGeometry relative="1" as="geometry" />
+         </mxCell>
+         <mxCell id="ouMAoqMrmdJ_XqpmxOQB-38" edge="1" parent="1" source="ouMAoqMrmdJ_XqpmxOQB-23" style="edgeStyle=orthogonalEdgeStyle;rounded=1;sketch=1;hachureGap=4;jiggle=2;curveFitting=1;orthogonalLoop=1;jettySize=auto;html=1;fontFamily=Architects Daughter;fontSource=https%3A%2F%2Ffonts.googleapis.com%2Fcss%3Ffamily%3DArchitects%2BDaughter;fontColor=default;labelBackgroundColor=none;strokeColor=#60E696;" target="ouMAoqMrmdJ_XqpmxOQB-37" value="">
          <mxGeometry relative="1" as="geometry">
            <Array as="points">
              <mxPoint x="360" y="790" />
              <mxPoint x="640" y="790" />
            </Array>
          </mxGeometry>
        </mxCell>
-         <mxCell id="eX8Cx5BNWnft2gzvnQZb-2" edge="1" parent="1" source="ouMAoqMrmdJ_XqpmxOQB-23" style="edgeStyle=orthogonalEdgeStyle;rounded=0;sketch=1;hachureGap=4;jiggle=2;curveFitting=1;orthogonalLoop=1;jettySize=auto;html=1;fontFamily=Architects Daughter;fontSource=https%3A%2F%2Ffonts.googleapis.com%2Fcss%3Ffamily%3DArchitects%2BDaughter;entryX=0;entryY=0.5;entryDx=0;entryDy=0;" target="eX8Cx5BNWnft2gzvnQZb-3">
+         <mxCell id="eX8Cx5BNWnft2gzvnQZb-2" edge="1" parent="1" source="ouMAoqMrmdJ_XqpmxOQB-23" style="edgeStyle=orthogonalEdgeStyle;rounded=0;sketch=1;hachureGap=4;jiggle=2;curveFitting=1;orthogonalLoop=1;jettySize=auto;html=1;fontFamily=Architects Daughter;fontSource=https%3A%2F%2Ffonts.googleapis.com%2Fcss%3Ffamily%3DArchitects%2BDaughter;entryX=0;entryY=0.5;entryDx=0;entryDy=0;labelBackgroundColor=none;fontColor=default;strokeColor=#60E696;" target="eX8Cx5BNWnft2gzvnQZb-3">
          <mxGeometry relative="1" as="geometry">
            <Array as="points">
              <mxPoint x="340" y="830" />
              <mxPoint x="600" y="830" />
              <mxPoint x="600" y="980" />
            </Array>
            <mxPoint x="600" y="1010" as="targetPoint" />
          </mxGeometry>
        </mxCell>
-         <mxCell id="ouMAoqMrmdJ_XqpmxOQB-23" parent="1" style="whiteSpace=wrap;html=1;fillColor=#F694C1;strokeColor=#AF45ED;fontColor=#095C86;rounded=1;sketch=1;curveFitting=1;jiggle=2;labelBackgroundColor=none;" value="net-positions-grid" vertex="1">
+         <mxCell id="ouMAoqMrmdJ_XqpmxOQB-23" parent="1" style="whiteSpace=wrap;html=1;rounded=1;sketch=1;curveFitting=1;jiggle=2;labelBackgroundColor=none;fillColor=#F694C1;strokeColor=#AF45ED;fontColor=#095C86;" value="net-positions-grid" vertex="1">
          <mxGeometry height="60" width="120" x="300" y="680" as="geometry" />
        </mxCell>
-         <mxCell id="ouMAoqMrmdJ_XqpmxOQB-26" parent="1" style="whiteSpace=wrap;html=1;fillColor=#F694C1;strokeColor=#AF45ED;fontColor=#095C86;rounded=1;sketch=1;curveFitting=1;jiggle=2;labelBackgroundColor=none;" value="pnl-summary" vertex="1">
+         <mxCell id="ouMAoqMrmdJ_XqpmxOQB-26" parent="1" style="whiteSpace=wrap;html=1;rounded=1;sketch=1;curveFitting=1;jiggle=2;labelBackgroundColor=none;fillColor=#F694C1;strokeColor=#AF45ED;fontColor=#095C86;" value="pnl-summary" vertex="1">
          <mxGeometry height="60" width="120" x="300" y="1050" as="geometry" />
        </mxCell>
-         <mxCell id="ouMAoqMrmdJ_XqpmxOQB-29" parent="1" style="whiteSpace=wrap;html=1;fillColor=#F694C1;strokeColor=#AF45ED;fontColor=#095C86;rounded=1;sketch=1;curveFitting=1;jiggle=2;labelBackgroundColor=none;" value="GridWrapper" vertex="1">
+         <mxCell id="ouMAoqMrmdJ_XqpmxOQB-29" parent="1" style="whiteSpace=wrap;html=1;rounded=1;sketch=1;curveFitting=1;jiggle=2;labelBackgroundColor=none;fillColor=#F694C1;strokeColor=#AF45ED;fontColor=#095C86;" value="GridWrapper" vertex="1">
          <mxGeometry height="60" width="120" x="300" y="580" as="geometry" />
        </mxCell>
-         <mxCell id="ouMAoqMrmdJ_XqpmxOQB-31" parent="1" style="whiteSpace=wrap;html=1;fillColor=#F694C1;strokeColor=#AF45ED;fontColor=#095C86;rounded=1;sketch=1;curveFitting=1;jiggle=2;labelBackgroundColor=none;" value="header" vertex="1">
+         <mxCell id="ouMAoqMrmdJ_XqpmxOQB-31" parent="1" style="whiteSpace=wrap;html=1;rounded=1;sketch=1;curveFitting=1;jiggle=2;labelBackgroundColor=none;fillColor=#F694C1;strokeColor=#AF45ED;fontColor=#095C86;" value="header" vertex="1">
          <mxGeometry height="60" width="120" x="700" y="600" as="geometry" />
        </mxCell>
-         <mxCell id="ouMAoqMrmdJ_XqpmxOQB-33" parent="1" style="whiteSpace=wrap;html=1;fillColor=#F694C1;strokeColor=#AF45ED;fontColor=#095C86;rounded=1;sketch=1;curveFitting=1;jiggle=2;labelBackgroundColor=none;" value="table-heading" vertex="1">
+         <mxCell id="ouMAoqMrmdJ_XqpmxOQB-33" parent="1" style="whiteSpace=wrap;html=1;rounded=1;sketch=1;curveFitting=1;jiggle=2;labelBackgroundColor=none;fillColor=#F694C1;strokeColor=#AF45ED;fontColor=#095C86;" value="table-heading" vertex="1">
          <mxGeometry height="60" width="120" x="700" y="710" as="geometry" />
        </mxCell>
-         <mxCell id="ouMAoqMrmdJ_XqpmxOQB-40" edge="1" parent="1" source="ouMAoqMrmdJ_XqpmxOQB-37" style="edgeStyle=orthogonalEdgeStyle;rounded=1;sketch=1;hachureGap=4;jiggle=2;curveFitting=1;orthogonalLoop=1;jettySize=auto;html=1;strokeColor=#60E696;fontFamily=Architects Daughter;fontSource=https%3A%2F%2Ffonts.googleapis.com%2Fcss%3Ffamily%3DArchitects%2BDaughter;fontColor=#095C86;fillColor=#F694C1;" target="ouMAoqMrmdJ_XqpmxOQB-39" value="">
-           <mxGeometry relative="1" as="geometry" />
-         </mxCell>
-         <mxCell id="ouMAoqMrmdJ_XqpmxOQB-41" edge="1" parent="1" source="ouMAoqMrmdJ_XqpmxOQB-37" style="edgeStyle=orthogonalEdgeStyle;rounded=1;sketch=1;hachureGap=4;jiggle=2;curveFitting=1;orthogonalLoop=1;jettySize=auto;html=1;strokeColor=#60E696;fontFamily=Architects Daughter;fontSource=https%3A%2F%2Ffonts.googleapis.com%2Fcss%3Ffamily%3DArchitects%2BDaughter;fontColor=#095C86;fillColor=#F694C1;" target="ouMAoqMrmdJ_XqpmxOQB-39" value="">
-           <mxGeometry relative="1" as="geometry" />
-         </mxCell>
-         <mxCell id="ouMAoqMrmdJ_XqpmxOQB-43" edge="1" parent="1" source="ouMAoqMrmdJ_XqpmxOQB-37" style="edgeStyle=orthogonalEdgeStyle;rounded=1;sketch=1;hachureGap=4;jiggle=2;curveFitting=1;orthogonalLoop=1;jettySize=auto;html=1;strokeColor=#60E696;fontFamily=Architects Daughter;fontSource=https%3A%2F%2Ffonts.googleapis.com%2Fcss%3Ffamily%3DArchitects%2BDaughter;fontColor=#095C86;fillColor=#F694C1;" target="ouMAoqMrmdJ_XqpmxOQB-42" value="">
+         <mxCell id="ouMAoqMrmdJ_XqpmxOQB-40" edge="1" parent="1" source="ouMAoqMrmdJ_XqpmxOQB-37" style="edgeStyle=orthogonalEdgeStyle;rounded=1;sketch=1;hachureGap=4;jiggle=2;curveFitting=1;orthogonalLoop=1;jettySize=auto;html=1;fontFamily=Architects Daughter;fontSource=https%3A%2F%2Ffonts.googleapis.com%2Fcss%3Ffamily%3DArchitects%2BDaughter;fontColor=default;labelBackgroundColor=none;strokeColor=#60E696;" target="ouMAoqMrmdJ_XqpmxOQB-39" value="">
+           <mxGeometry relative="1" as="geometry" />
+         </mxCell>
+         <mxCell id="ouMAoqMrmdJ_XqpmxOQB-41" edge="1" parent="1" source="ouMAoqMrmdJ_XqpmxOQB-37" style="edgeStyle=orthogonalEdgeStyle;rounded=1;sketch=1;hachureGap=4;jiggle=2;curveFitting=1;orthogonalLoop=1;jettySize=auto;html=1;fontFamily=Architects Daughter;fontSource=https%3A%2F%2Ffonts.googleapis.com%2Fcss%3Ffamily%3DArchitects%2BDaughter;fontColor=default;labelBackgroundColor=none;strokeColor=#60E696;" target="ouMAoqMrmdJ_XqpmxOQB-39" value="">
+           <mxGeometry relative="1" as="geometry" />
+         </mxCell>
+         <mxCell id="ouMAoqMrmdJ_XqpmxOQB-43" edge="1" parent="1" source="ouMAoqMrmdJ_XqpmxOQB-37" style="edgeStyle=orthogonalEdgeStyle;rounded=1;sketch=1;hachureGap=4;jiggle=2;curveFitting=1;orthogonalLoop=1;jettySize=auto;html=1;fontFamily=Architects Daughter;fontSource=https%3A%2F%2Ffonts.googleapis.com%2Fcss%3Ffamily%3DArchitects%2BDaughter;fontColor=default;labelBackgroundColor=none;strokeColor=#60E696;" target="ouMAoqMrmdJ_XqpmxOQB-42" value="">
          <mxGeometry relative="1" as="geometry">
            <Array as="points">
              <mxPoint x="865" y="860" />
              <mxPoint x="865" y="890" />
            </Array>
          </mxGeometry>
        </mxCell>
-         <mxCell id="ouMAoqMrmdJ_XqpmxOQB-37" parent="1" style="whiteSpace=wrap;html=1;fillColor=#F694C1;strokeColor=#AF45ED;fontColor=#095C86;rounded=1;sketch=1;curveFitting=1;jiggle=2;labelBackgroundColor=none;" value="instrument-row" vertex="1">
+         <mxCell id="ouMAoqMrmdJ_XqpmxOQB-37" parent="1" style="whiteSpace=wrap;html=1;rounded=1;sketch=1;curveFitting=1;jiggle=2;labelBackgroundColor=none;fillColor=#F694C1;strokeColor=#AF45ED;fontColor=#095C86;" value="instrument-row" vertex="1">
          <mxGeometry height="60" width="120" x="700" y="810" as="geometry" />
        </mxCell>
-         <mxCell id="ouMAoqMrmdJ_XqpmxOQB-39" parent="1" style="whiteSpace=wrap;html=1;fillColor=#F694C1;strokeColor=#AF45ED;fontColor=#095C86;rounded=1;sketch=1;curveFitting=1;jiggle=2;labelBackgroundColor=none;" value="buy-sell-cta" vertex="1">
+         <mxCell id="ouMAoqMrmdJ_XqpmxOQB-39" parent="1" style="whiteSpace=wrap;html=1;rounded=1;sketch=1;curveFitting=1;jiggle=2;labelBackgroundColor=none;fillColor=#F694C1;strokeColor=#AF45ED;fontColor=#095C86;" value="buy-sell-cta" vertex="1">
          <mxGeometry height="60" width="120" x="910" y="750" as="geometry" />
        </mxCell>
-         <mxCell id="ouMAoqMrmdJ_XqpmxOQB-42" parent="1" style="whiteSpace=wrap;html=1;fillColor=#F694C1;strokeColor=#AF45ED;fontColor=#095C86;rounded=1;sketch=1;curveFitting=1;jiggle=2;labelBackgroundColor=none;" value="instrument-row-view" vertex="1">
+         <mxCell id="ouMAoqMrmdJ_XqpmxOQB-42" parent="1" style="whiteSpace=wrap;html=1;rounded=1;sketch=1;curveFitting=1;jiggle=2;labelBackgroundColor=none;fillColor=#F694C1;strokeColor=#AF45ED;fontColor=#095C86;" value="instrument-row-view" vertex="1">
          <mxGeometry height="60" width="120" x="910" y="860" as="geometry" />
        </mxCell>
-         <mxCell id="eX8Cx5BNWnft2gzvnQZb-3" parent="1" style="rounded=1;whiteSpace=wrap;html=1;sketch=1;hachureGap=4;jiggle=2;curveFitting=1;fontFamily=Architects Daughter;fontSource=https%3A%2F%2Ffonts.googleapis.com%2Fcss%3Ffamily%3DArchitects%2BDaughter;" value="" vertex="1">
+         <mxCell id="eX8Cx5BNWnft2gzvnQZb-3" parent="1" style="rounded=1;whiteSpace=wrap;html=1;sketch=1;hachureGap=4;jiggle=2;curveFitting=1;fontFamily=Architects Daughter;fontSource=https%3A%2F%2Ffonts.googleapis.com%2Fcss%3Ffamily%3DArchitects%2BDaughter;labelBackgroundColor=none;fillColor=#F694C1;strokeColor=#AF45ED;fontColor=#095C86;" value="pnl-summary" vertex="1">
          <mxGeometry height="60" width="120" x="700" y="950" as="geometry" />
        </mxCell>
      </root>
    </mxGraphModel>
  </diagram>
  <diagram id="YVkBlKKJ4RNEtawBKbZk" name="Session">
    <mxGraphModel dx="1357" dy="626" grid="1" gridSize="10" guides="1" tooltips="1" connect="1" arrows="1" fold="1" page="0" pageScale="1" pageWidth="402" pageHeight="874" math="0" shadow="0">
      <root>
        <mxCell id="0" />
        <mxCell id="1" parent="0" />
        <mxCell id="b8iQl_XISdQ6rZ6kNcMQ-3" edge="1" parent="1" source="b8iQl_XISdQ6rZ6kNcMQ-1" style="edgeStyle=orthogonalEdgeStyle;rounded=0;orthogonalLoop=1;jettySize=auto;html=1;" target="b8iQl_XISdQ6rZ6kNcMQ-2" value="">
          <mxGeometry relative="1" as="geometry" />
        </mxCell>
        <mxCell id="b8iQl_XISdQ6rZ6kNcMQ-1" parent="1" style="rounded=1;whiteSpace=wrap;html=1;" value="start session" vertex="1">
          <mxGeometry height="60" width="120" x="-200" y="80" as="geometry" />
        </mxCell>
        <mxCell id="b8iQl_XISdQ6rZ6kNcMQ-5" edge="1" parent="1" source="b8iQl_XISdQ6rZ6kNcMQ-2" style="edgeStyle=orthogonalEdgeStyle;rounded=0;orthogonalLoop=1;jettySize=auto;html=1;" target="b8iQl_XISdQ6rZ6kNcMQ-4" value="">
          <mxGeometry relative="1" as="geometry" />
        </mxCell>
        <mxCell id="b8iQl_XISdQ6rZ6kNcMQ-2" parent="1" style="whiteSpace=wrap;html=1;rounded=1;" value="place orders&amp;nbsp;&lt;br&gt;(all or none)" vertex="1">
          <mxGeometry height="60" width="120" y="80" as="geometry" />
        </mxCell>
        <mxCell id="b8iQl_XISdQ6rZ6kNcMQ-7" edge="1" parent="1" source="b8iQl_XISdQ6rZ6kNcMQ-4" style="edgeStyle=orthogonalEdgeStyle;rounded=0;orthogonalLoop=1;jettySize=auto;html=1;" target="b8iQl_XISdQ6rZ6kNcMQ-6" value="">
          <mxGeometry relative="1" as="geometry" />
        </mxCell>
        <mxCell id="b8iQl_XISdQ6rZ6kNcMQ-4" parent="1" style="whiteSpace=wrap;html=1;rounded=1;" value="update margins" vertex="1">
          <mxGeometry height="60" width="120" x="200" y="80" as="geometry" />
        </mxCell>
        <mxCell id="b8iQl_XISdQ6rZ6kNcMQ-6" parent="1" style="whiteSpace=wrap;html=1;rounded=1;" value="create session" vertex="1">
          <mxGeometry height="60" width="120" x="200" y="200" as="geometry" />
        </mxCell>
        <mxCell id="b8iQl_XISdQ6rZ6kNcMQ-8" parent="1" style="rounded=1;whiteSpace=wrap;html=1;fillColor=#fff2cc;strokeColor=#d6b656;" value="firebase" vertex="1">
          <mxGeometry height="40" width="80" x="300" y="190" as="geometry" />
        </mxCell>
        <mxCell id="b8iQl_XISdQ6rZ6kNcMQ-9" parent="1" style="rounded=1;whiteSpace=wrap;html=1;fillColor=#fff2cc;strokeColor=#d6b656;" value="kite" vertex="1">
          <mxGeometry height="40" width="80" x="80" y="50" as="geometry" />
        </mxCell>
        <mxCell id="b8iQl_XISdQ6rZ6kNcMQ-10" parent="1" style="rounded=1;whiteSpace=wrap;html=1;fillColor=#fff2cc;strokeColor=#d6b656;" value="firebase" vertex="1">
          <mxGeometry height="40" width="80" x="290" y="60" as="geometry" />
        </mxCell>
      </root>
    </mxGraphModel>
  </diagram>
  <diagram id="4KjMPYYtLXdBkkJX1B08" name="Auth">
    <mxGraphModel dx="1276" dy="835" grid="0" gridSize="10" guides="1" tooltips="1" connect="1" arrows="1" fold="1" page="0" pageScale="1" pageWidth="402" pageHeight="874" math="0" shadow="0">
      <root>
        <mxCell id="0" />
        <mxCell id="1" parent="0" />
        <mxCell id="pPH6oVQiPgVcm9OUePWL-3" edge="1" parent="1" source="pPH6oVQiPgVcm9OUePWL-1" style="edgeStyle=orthogonalEdgeStyle;rounded=0;orthogonalLoop=1;jettySize=auto;html=1;" target="pPH6oVQiPgVcm9OUePWL-2" value="">
          <mxGeometry relative="1" as="geometry" />
        </mxCell>
        <mxCell id="pPH6oVQiPgVcm9OUePWL-1" parent="1" style="rounded=1;whiteSpace=wrap;html=1;" value="User clicks &quot;Login&quot; Button" vertex="1">
          <mxGeometry height="60" width="120" x="23" y="101" as="geometry" />
        </mxCell>
        <mxCell id="pPH6oVQiPgVcm9OUePWL-5" edge="1" parent="1" source="pPH6oVQiPgVcm9OUePWL-2" style="edgeStyle=orthogonalEdgeStyle;rounded=0;orthogonalLoop=1;jettySize=auto;html=1;" target="pPH6oVQiPgVcm9OUePWL-4" value="">
          <mxGeometry relative="1" as="geometry" />
        </mxCell>
        <mxCell id="pPH6oVQiPgVcm9OUePWL-2" parent="1" style="whiteSpace=wrap;html=1;rounded=1;" value="Open the Login URL" vertex="1">
          <mxGeometry height="60" width="120" x="223" y="101" as="geometry" />
        </mxCell>
        <mxCell id="pPH6oVQiPgVcm9OUePWL-7" edge="1" parent="1" source="pPH6oVQiPgVcm9OUePWL-4" style="edgeStyle=orthogonalEdgeStyle;rounded=0;orthogonalLoop=1;jettySize=auto;html=1;" target="pPH6oVQiPgVcm9OUePWL-6" value="">
          <mxGeometry relative="1" as="geometry" />
        </mxCell>
        <mxCell id="pPH6oVQiPgVcm9OUePWL-4" parent="1" style="whiteSpace=wrap;html=1;rounded=1;" value="User logins to Zerodha" vertex="1">
          <mxGeometry height="60" width="120" x="423" y="101" as="geometry" />
        </mxCell>
        <mxCell id="pPH6oVQiPgVcm9OUePWL-9" edge="1" parent="1" source="pPH6oVQiPgVcm9OUePWL-6" style="edgeStyle=orthogonalEdgeStyle;rounded=0;orthogonalLoop=1;jettySize=auto;html=1;" target="pPH6oVQiPgVcm9OUePWL-8" value="">
          <mxGeometry relative="1" as="geometry" />
        </mxCell>
        <mxCell id="pPH6oVQiPgVcm9OUePWL-6" parent="1" style="whiteSpace=wrap;html=1;rounded=1;" value="Redirected to callback URL with request_token&lt;br&gt;&lt;b&gt;http://localhost:3000/api/auth/kite/callback&lt;/b&gt;" vertex="1">
          <mxGeometry height="60" width="262" x="352" y="244" as="geometry" />
        </mxCell>
        <mxCell id="pPH6oVQiPgVcm9OUePWL-13" edge="1" parent="1" source="pPH6oVQiPgVcm9OUePWL-8" style="edgeStyle=orthogonalEdgeStyle;rounded=0;orthogonalLoop=1;jettySize=auto;html=1;" target="pPH6oVQiPgVcm9OUePWL-12" value="">
          <mxGeometry relative="1" as="geometry" />
        </mxCell>
        <mxCell id="pPH6oVQiPgVcm9OUePWL-8" parent="1" style="whiteSpace=wrap;html=1;rounded=1;" value="In loader for this route, generate the session" vertex="1">
          <mxGeometry height="60" width="120" x="17" y="244" as="geometry" />
        </mxCell>
        <mxCell id="pPH6oVQiPgVcm9OUePWL-15" edge="1" parent="1" source="pPH6oVQiPgVcm9OUePWL-12" style="edgeStyle=orthogonalEdgeStyle;rounded=0;orthogonalLoop=1;jettySize=auto;html=1;" target="pPH6oVQiPgVcm9OUePWL-14" value="">
          <mxGeometry relative="1" as="geometry" />
        </mxCell>
        <mxCell id="pPH6oVQiPgVcm9OUePWL-12" parent="1" style="whiteSpace=wrap;html=1;rounded=1;" value="Serialize and save the access token in cookie" vertex="1">
          <mxGeometry height="60" width="120" x="17" y="384" as="geometry" />
        </mxCell>
        <mxCell id="pPH6oVQiPgVcm9OUePWL-17" edge="1" parent="1" source="pPH6oVQiPgVcm9OUePWL-14" style="edgeStyle=orthogonalEdgeStyle;rounded=0;orthogonalLoop=1;jettySize=auto;html=1;" target="pPH6oVQiPgVcm9OUePWL-16" value="">
          <mxGeometry relative="1" as="geometry" />
        </mxCell>
        <mxCell id="pPH6oVQiPgVcm9OUePWL-14" parent="1" style="whiteSpace=wrap;html=1;rounded=1;" value="redirect to /dashboard" vertex="1">
          <mxGeometry height="60" width="120" x="217" y="384" as="geometry" />
        </mxCell>
        <mxCell id="pPH6oVQiPgVcm9OUePWL-19" edge="1" parent="1" source="pPH6oVQiPgVcm9OUePWL-16" style="edgeStyle=orthogonalEdgeStyle;rounded=0;orthogonalLoop=1;jettySize=auto;html=1;" target="pPH6oVQiPgVcm9OUePWL-18" value="">
          <mxGeometry relative="1" as="geometry" />
        </mxCell>
        <mxCell id="pPH6oVQiPgVcm9OUePWL-16" parent="1" style="whiteSpace=wrap;html=1;rounded=1;" value="in dashboard loader, get the access token from the cookie and send it to client" vertex="1">
          <mxGeometry height="60" width="120" x="417" y="384" as="geometry" />
        </mxCell>
        <mxCell id="pPH6oVQiPgVcm9OUePWL-21" edge="1" parent="1" source="pPH6oVQiPgVcm9OUePWL-18" style="edgeStyle=orthogonalEdgeStyle;rounded=0;orthogonalLoop=1;jettySize=auto;html=1;" target="pPH6oVQiPgVcm9OUePWL-20" value="">
          <mxGeometry relative="1" as="geometry" />
        </mxCell>
        <mxCell id="pPH6oVQiPgVcm9OUePWL-18" parent="1" style="whiteSpace=wrap;html=1;rounded=1;" value="front-end creates the kc client with api_key and access_token.&amp;nbsp;&amp;nbsp;" vertex="1">
          <mxGeometry height="60" width="120" x="617" y="384" as="geometry" />
        </mxCell>
        <mxCell id="pPH6oVQiPgVcm9OUePWL-20" parent="1" style="whiteSpace=wrap;html=1;rounded=1;" value="use kc client for calling Kite APIs" vertex="1">
          <mxGeometry height="60" width="120" x="617" y="524" as="geometry" />
        </mxCell>
      </root>
    </mxGraphModel>
  </diagram>
  <diagram name="UI/UX" id="5MV4RERJIjpIYta4IkZD">
    <mxGraphModel dx="3134" dy="2189" grid="0" gridSize="10" guides="1" tooltips="1" connect="1" arrows="1" fold="1" page="0" pageScale="1" pageWidth="402" pageHeight="874" background="#ffffff" math="0" shadow="0">
      <root>
        <mxCell id="0" />
        <mxCell id="1" parent="0" />
        <mxCell id="ExlUUjPYo0Ii6ma58Pc_-14" parent="1" style="rounded=1;whiteSpace=wrap;html=1;" value="" vertex="1">
          <mxGeometry height="321" width="1097" x="-296" y="-20" as="geometry" />
        </mxCell>
        <mxCell id="ExlUUjPYo0Ii6ma58Pc_-13" parent="1" style="rounded=1;whiteSpace=wrap;html=1;" value="" vertex="1">
          <mxGeometry height="321" width="1097" x="-287" y="732" as="geometry" />
        </mxCell>
        <mxCell id="iMmVTYed4h1aN_pzg3ix-1" parent="1" style="text;html=1;whiteSpace=wrap;strokeColor=none;fillColor=none;align=center;verticalAlign=middle;rounded=0;fontStyle=1;fontSize=48;fontColor=light-dark(#7a7978, #ededed);" value="Net Qty." vertex="1">
          <mxGeometry height="59" width="60" x="-120" y="72" as="geometry" />
        </mxCell>
        <mxCell id="iMmVTYed4h1aN_pzg3ix-2" parent="1" style="text;html=1;whiteSpace=wrap;strokeColor=none;fillColor=none;align=center;verticalAlign=middle;rounded=0;fontStyle=1;fontSize=48;fontColor=light-dark(#7a7978, #ededed);" value="AVG. PRICE" vertex="1">
          <mxGeometry height="59" width="60" x="149" y="61" as="geometry" />
        </mxCell>
        <mxCell id="iMmVTYed4h1aN_pzg3ix-3" parent="1" style="text;html=1;whiteSpace=wrap;strokeColor=none;fillColor=none;align=center;verticalAlign=middle;rounded=0;fontStyle=1;fontSize=48;fontColor=light-dark(#7a7978, #ededed);" value="LTP" vertex="1">
          <mxGeometry height="59" width="60" x="418" y="61" as="geometry" />
        </mxCell>
        <mxCell id="iMmVTYed4h1aN_pzg3ix-4" parent="1" style="text;html=1;whiteSpace=wrap;strokeColor=none;fillColor=none;align=center;verticalAlign=middle;rounded=0;fontStyle=1;fontSize=48;fontColor=light-dark(#7a7978, #ededed);" value="PnL" vertex="1">
          <mxGeometry height="59" width="60" x="687" y="61" as="geometry" />
        </mxCell>
        <mxCell id="iMmVTYed4h1aN_pzg3ix-5" parent="1" style="text;html=1;whiteSpace=wrap;strokeColor=none;fillColor=none;align=center;verticalAlign=middle;rounded=0;fontSize=36;fontStyle=1" value="100" vertex="1">
          <mxGeometry height="30" width="60" x="-120" y="211" as="geometry" />
        </mxCell>
        <mxCell id="iMmVTYed4h1aN_pzg3ix-6" parent="1" style="text;html=1;whiteSpace=wrap;strokeColor=none;fillColor=none;align=center;verticalAlign=middle;rounded=0;fontSize=36;fontStyle=1" value="36.40" vertex="1">
          <mxGeometry height="30" width="60" x="149" y="211" as="geometry" />
        </mxCell>
        <mxCell id="iMmVTYed4h1aN_pzg3ix-7" parent="1" style="text;html=1;whiteSpace=wrap;strokeColor=none;fillColor=none;align=center;verticalAlign=middle;rounded=0;fontSize=36;fontStyle=1" value="37.45" vertex="1">
          <mxGeometry height="30" width="60" x="418" y="211" as="geometry" />
        </mxCell>
        <mxCell id="iMmVTYed4h1aN_pzg3ix-8" parent="1" style="text;html=1;whiteSpace=wrap;strokeColor=none;fillColor=none;align=center;verticalAlign=middle;rounded=0;fontSize=36;fontStyle=1" value="100" vertex="1">
          <mxGeometry height="30" width="60" x="687" y="211" as="geometry" />
        </mxCell>
        <mxCell id="7si3vGMUa6yKKs87A3T9-2" edge="1" parent="1" source="7si3vGMUa6yKKs87A3T9-1" style="edgeStyle=orthogonalEdgeStyle;rounded=0;orthogonalLoop=1;jettySize=auto;html=1;exitX=0.5;exitY=0;exitDx=0;exitDy=0;entryX=0;entryY=0.5;entryDx=0;entryDy=0;" target="iMmVTYed4h1aN_pzg3ix-5">
          <mxGeometry relative="1" as="geometry">
            <Array as="points">
              <mxPoint x="-283" y="227" />
              <mxPoint x="-139" y="227" />
            </Array>
            <mxPoint x="-139.09090909090924" y="259.27272727272725" as="targetPoint" />
          </mxGeometry>
        </mxCell>
        <mxCell id="7si3vGMUa6yKKs87A3T9-1" parent="1" style="text;html=1;whiteSpace=wrap;strokeColor=none;fillColor=none;align=center;verticalAlign=middle;rounded=0;fontStyle=1" value="Red color if negative, blue color if positive" vertex="1">
          <mxGeometry height="70" width="129" x="-347" y="453" as="geometry" />
        </mxCell>
        <mxCell id="7si3vGMUa6yKKs87A3T9-4" edge="1" parent="1" source="7si3vGMUa6yKKs87A3T9-3" style="edgeStyle=orthogonalEdgeStyle;rounded=0;orthogonalLoop=1;jettySize=auto;html=1;entryX=0.5;entryY=1;entryDx=0;entryDy=0;" target="iMmVTYed4h1aN_pzg3ix-8">
          <mxGeometry relative="1" as="geometry" />
        </mxCell>
        <mxCell id="7si3vGMUa6yKKs87A3T9-3" parent="1" style="text;html=1;whiteSpace=wrap;strokeColor=none;fillColor=none;align=center;verticalAlign=middle;rounded=0;fontStyle=1" value="Red color if negative, blue color if positive" vertex="1">
          <mxGeometry height="70" width="129" x="681" y="398" as="geometry" />
        </mxCell>
        <mxCell id="7si3vGMUa6yKKs87A3T9-5" parent="1" style="text;html=1;whiteSpace=wrap;strokeColor=none;fillColor=none;align=center;verticalAlign=middle;rounded=0;" value="Will receive the following props:&lt;br&gt;netQuantity: number;&lt;br&gt;&lt;div&gt;averagePrice: number&lt;/div&gt;&lt;div&gt;ltp: number;&lt;/div&gt;" vertex="1">
          <mxGeometry height="101" width="203" x="-25" y="355" as="geometry" />
        </mxCell>
        <mxCell id="7si3vGMUa6yKKs87A3T9-6" parent="1" style="text;html=1;whiteSpace=wrap;strokeColor=none;fillColor=none;align=center;verticalAlign=middle;rounded=0;" value="PnL needs to be calculated by the component" vertex="1">
          <mxGeometry height="101" width="203" x="-21" y="482" as="geometry" />
        </mxCell>
        <mxCell id="7si3vGMUa6yKKs87A3T9-7" parent="1" style="text;html=1;whiteSpace=wrap;strokeColor=none;fillColor=none;align=center;verticalAlign=middle;rounded=0;fontStyle=1;fontSize=48;fontColor=light-dark(#7a7978, #ededed);" value="Net Qty." vertex="1">
          <mxGeometry height="59" width="60" x="-186" y="816" as="geometry" />
        </mxCell>
        <mxCell id="7si3vGMUa6yKKs87A3T9-8" parent="1" style="text;html=1;whiteSpace=wrap;strokeColor=none;fillColor=none;align=center;verticalAlign=middle;rounded=0;fontStyle=1;fontSize=48;fontColor=light-dark(#7a7978, #ededed);" value="AVG. PRICE" vertex="1">
          <mxGeometry height="59" width="60" x="83" y="805" as="geometry" />
        </mxCell>
        <mxCell id="7si3vGMUa6yKKs87A3T9-9" parent="1" style="text;html=1;whiteSpace=wrap;strokeColor=none;fillColor=none;align=center;verticalAlign=middle;rounded=0;fontStyle=1;fontSize=48;fontColor=light-dark(#7a7978, #ededed);" value="LTP" vertex="1">
          <mxGeometry height="59" width="60" x="352" y="805" as="geometry" />
        </mxCell>
        <mxCell id="7si3vGMUa6yKKs87A3T9-10" parent="1" style="text;html=1;whiteSpace=wrap;strokeColor=none;fillColor=none;align=center;verticalAlign=middle;rounded=0;fontStyle=1;fontSize=48;fontColor=light-dark(#7a7978, #ededed);" value="PnL" vertex="1">
          <mxGeometry height="59" width="60" x="621" y="805" as="geometry" />
        </mxCell>
        <mxCell id="7si3vGMUa6yKKs87A3T9-11" parent="1" style="text;html=1;whiteSpace=wrap;strokeColor=none;fillColor=none;align=center;verticalAlign=middle;rounded=0;fontSize=18;fontStyle=1" value="{props.netQuantity}" vertex="1">
          <mxGeometry height="30" width="60" x="-186" y="955" as="geometry" />
        </mxCell>
        <mxCell id="7si3vGMUa6yKKs87A3T9-12" parent="1" style="text;html=1;whiteSpace=wrap;strokeColor=none;fillColor=none;align=center;verticalAlign=middle;rounded=0;fontSize=18;fontStyle=1" value="&lt;div&gt;{props.averagePrice}&lt;/div&gt;" vertex="1">
          <mxGeometry height="30" width="60" x="83" y="955" as="geometry" />
        </mxCell>
        <mxCell id="7si3vGMUa6yKKs87A3T9-13" parent="1" style="text;html=1;whiteSpace=wrap;strokeColor=none;fillColor=none;align=center;verticalAlign=middle;rounded=0;fontSize=18;fontStyle=1" value="{props.ltp}" vertex="1">
          <mxGeometry height="30" width="60" x="352" y="955" as="geometry" />
        </mxCell>
        <mxCell id="7si3vGMUa6yKKs87A3T9-14" parent="1" style="text;html=1;whiteSpace=wrap;strokeColor=none;fillColor=none;align=center;verticalAlign=middle;rounded=0;fontSize=18;fontStyle=1" value="{pnl}" vertex="1">
          <mxGeometry height="30" width="60" x="621" y="955" as="geometry" />
        </mxCell>
        <mxCell id="ExlUUjPYo0Ii6ma58Pc_-1" parent="1" style="rounded=1;whiteSpace=wrap;html=1;" value="" vertex="1">
          <mxGeometry height="321" width="1253" x="-202" y="1234" as="geometry" />
        </mxCell>
        <mxCell id="ExlUUjPYo0Ii6ma58Pc_-2" parent="1" style="text;html=1;whiteSpace=wrap;strokeColor=none;fillColor=none;align=center;verticalAlign=middle;rounded=0;fontStyle=1;fontSize=48;fontColor=light-dark(#7a7978, #ededed);" value="Total Margin" vertex="1">
          <mxGeometry height="59" width="168" x="-154" y="1292" as="geometry" />
        </mxCell>
        <mxCell id="ExlUUjPYo0Ii6ma58Pc_-3" parent="1" style="text;html=1;whiteSpace=wrap;strokeColor=none;fillColor=none;align=center;verticalAlign=middle;rounded=0;fontStyle=1;fontSize=48;fontColor=light-dark(#7a7978, #ededed);" value="Utilized Margin" vertex="1">
          <mxGeometry height="59" width="168" x="330" y="1295" as="geometry" />
        </mxCell>
        <mxCell id="ExlUUjPYo0Ii6ma58Pc_-4" parent="1" style="text;html=1;whiteSpace=wrap;strokeColor=none;fillColor=none;align=center;verticalAlign=middle;rounded=0;fontStyle=1;fontSize=48;fontColor=light-dark(#7a7978, #ededed);" value="Net Margin" vertex="1">
          <mxGeometry height="59" width="168" x="813" y="1289" as="geometry" />
        </mxCell>
        <mxCell id="ExlUUjPYo0Ii6ma58Pc_-5" parent="1" style="text;html=1;whiteSpace=wrap;strokeColor=none;fillColor=none;align=center;verticalAlign=middle;rounded=0;fontSize=42;" value="₹2000" vertex="1">
          <mxGeometry height="30" width="60" x="-100" y="1412" as="geometry" />
        </mxCell>
        <mxCell id="ExlUUjPYo0Ii6ma58Pc_-7" parent="1" style="text;html=1;whiteSpace=wrap;strokeColor=none;fillColor=none;align=center;verticalAlign=middle;rounded=0;fontSize=42;" value="₹200" vertex="1">
          <mxGeometry height="30" width="60" x="384" y="1412" as="geometry" />
        </mxCell>
        <mxCell id="ExlUUjPYo0Ii6ma58Pc_-8" parent="1" style="text;html=1;whiteSpace=wrap;strokeColor=none;fillColor=none;align=center;verticalAlign=middle;rounded=0;fontSize=42;" value="₹1800" vertex="1">
          <mxGeometry height="30" width="60" x="867" y="1412" as="geometry" />
        </mxCell>
        <mxCell id="ExlUUjPYo0Ii6ma58Pc_-9" parent="1" style="html=1;shadow=0;dashed=0;shape=mxgraph.bootstrap.rrect;rSize=5;fillColor=#E9ECEF;strokeColor=none;" value="" vertex="1">
          <mxGeometry height="20" width="800" x="24.5" y="1507" as="geometry" />
        </mxCell>
        <mxCell id="ExlUUjPYo0Ii6ma58Pc_-10" parent="ExlUUjPYo0Ii6ma58Pc_-9" style="html=1;shadow=0;dashed=0;shape=mxgraph.bootstrap.leftButton;rSize=5;fillColor=#1CA5B8;strokeColor=none;resizeHeight=1;" value="" vertex="1">
          <mxGeometry height="20" relative="1" width="250" as="geometry" />
        </mxCell>
        <mxCell id="ExlUUjPYo0Ii6ma58Pc_-11" parent="1" style="text;html=1;whiteSpace=wrap;strokeColor=none;fillColor=none;align=center;verticalAlign=middle;rounded=0;fontSize=24;" value="The max value on the progress bar is the total margin and the filled in part is the utilized margin" vertex="1">
          <mxGeometry height="92" width="269" x="175" y="1620" as="geometry" />
        </mxCell>
        <mxCell id="ExlUUjPYo0Ii6ma58Pc_-12" edge="1" parent="1" source="ExlUUjPYo0Ii6ma58Pc_-11" style="edgeStyle=orthogonalEdgeStyle;rounded=0;orthogonalLoop=1;jettySize=auto;html=1;exitX=0.5;exitY=0;exitDx=0;exitDy=0;entryX=0.412;entryY=0.999;entryDx=0;entryDy=0;entryPerimeter=0;" target="ExlUUjPYo0Ii6ma58Pc_-1">
          <mxGeometry relative="1" as="geometry" />
        </mxCell>
      </root>
    </mxGraphModel>
  </diagram>
  <diagram id="dmkDPsUycKQvBsQ4H3Di" name="Kite-Fly-Ticker-Architecture">
    <mxGraphModel dx="1357" dy="626" grid="0" gridSize="10" guides="1" tooltips="1" connect="1" arrows="1" fold="1" page="0" pageScale="1" pageWidth="402" pageHeight="874" math="0" shadow="0">
      <root>
        <mxCell id="0" />
        <mxCell id="1" parent="0" />
        <mxCell id="FDZGNOtkY16CQce4NqAR-3" edge="1" parent="1" source="FDZGNOtkY16CQce4NqAR-1" style="edgeStyle=orthogonalEdgeStyle;rounded=0;orthogonalLoop=1;jettySize=auto;html=1;" target="FDZGNOtkY16CQce4NqAR-2" value="">
          <mxGeometry relative="1" as="geometry" />
        </mxCell>
        <mxCell id="FDZGNOtkY16CQce4NqAR-1" parent="1" style="rounded=1;whiteSpace=wrap;html=1;" value="Client posts a request - for example:&lt;br&gt;&lt;div&gt;&lt;br&gt;&lt;/div&gt;&lt;br&gt;&lt;div&gt;fetch(&quot;http://localhost:3000/api/ltp&quot;, () =&amp;gt; {&lt;/div&gt;&lt;div&gt;method: &quot;POST&quot;,&lt;/div&gt;&lt;div&gt;body: JSON.stringify({&lt;/div&gt;&lt;div&gt;instrument: &quot;WIPRO&quot;,&lt;br&gt;ltp: 128.10&lt;/div&gt;&lt;div&gt;})&lt;/div&gt;&lt;div&gt;})&lt;br&gt;&lt;br&gt;The call is made from another site - for ex. https://kite.zerodha.com&lt;/div&gt;" vertex="1">
          <mxGeometry height="236" width="345" x="-33" y="45" as="geometry" />
        </mxCell>
        <mxCell id="FDZGNOtkY16CQce4NqAR-5" edge="1" parent="1" source="FDZGNOtkY16CQce4NqAR-2" style="edgeStyle=orthogonalEdgeStyle;rounded=0;orthogonalLoop=1;jettySize=auto;html=1;" target="FDZGNOtkY16CQce4NqAR-4" value="">
          <mxGeometry relative="1" as="geometry" />
        </mxCell>
        <mxCell id="FDZGNOtkY16CQce4NqAR-2" parent="1" style="whiteSpace=wrap;html=1;rounded=1;" value="SERVER" vertex="1">
          <mxGeometry height="60" width="120" x="504.5" y="98.5" as="geometry" />
        </mxCell>
        <mxCell id="FDZGNOtkY16CQce4NqAR-8" edge="1" parent="1" source="FDZGNOtkY16CQce4NqAR-4" style="edgeStyle=orthogonalEdgeStyle;rounded=0;orthogonalLoop=1;jettySize=auto;html=1;exitX=0.75;exitY=1;exitDx=0;exitDy=0;entryX=1;entryY=0.75;entryDx=0;entryDy=0;" target="FDZGNOtkY16CQce4NqAR-6">
          <mxGeometry relative="1" as="geometry" />
        </mxCell>
        <mxCell id="FDZGNOtkY16CQce4NqAR-4" parent="1" style="whiteSpace=wrap;html=1;rounded=1;" value="Websocket" vertex="1">
          <mxGeometry height="60" width="120" x="504.5" y="265" as="geometry" />
        </mxCell>
        <mxCell id="FDZGNOtkY16CQce4NqAR-7" edge="1" parent="1" source="FDZGNOtkY16CQce4NqAR-6" style="edgeStyle=orthogonalEdgeStyle;rounded=0;orthogonalLoop=1;jettySize=auto;html=1;entryX=0.5;entryY=1;entryDx=0;entryDy=0;" target="FDZGNOtkY16CQce4NqAR-4">
          <mxGeometry relative="1" as="geometry" />
        </mxCell>
        <mxCell id="FDZGNOtkY16CQce4NqAR-6" parent="1" style="rounded=1;whiteSpace=wrap;html=1;" value="On another client,&lt;div&gt;new Websocket()&lt;/div&gt;// receive the data which is sent from /api/ltp" vertex="1">
          <mxGeometry height="167" width="345" x="1" y="392" as="geometry" />
        </mxCell>
      </root>
    </mxGraphModel>
  </diagram>
</mxfile>
